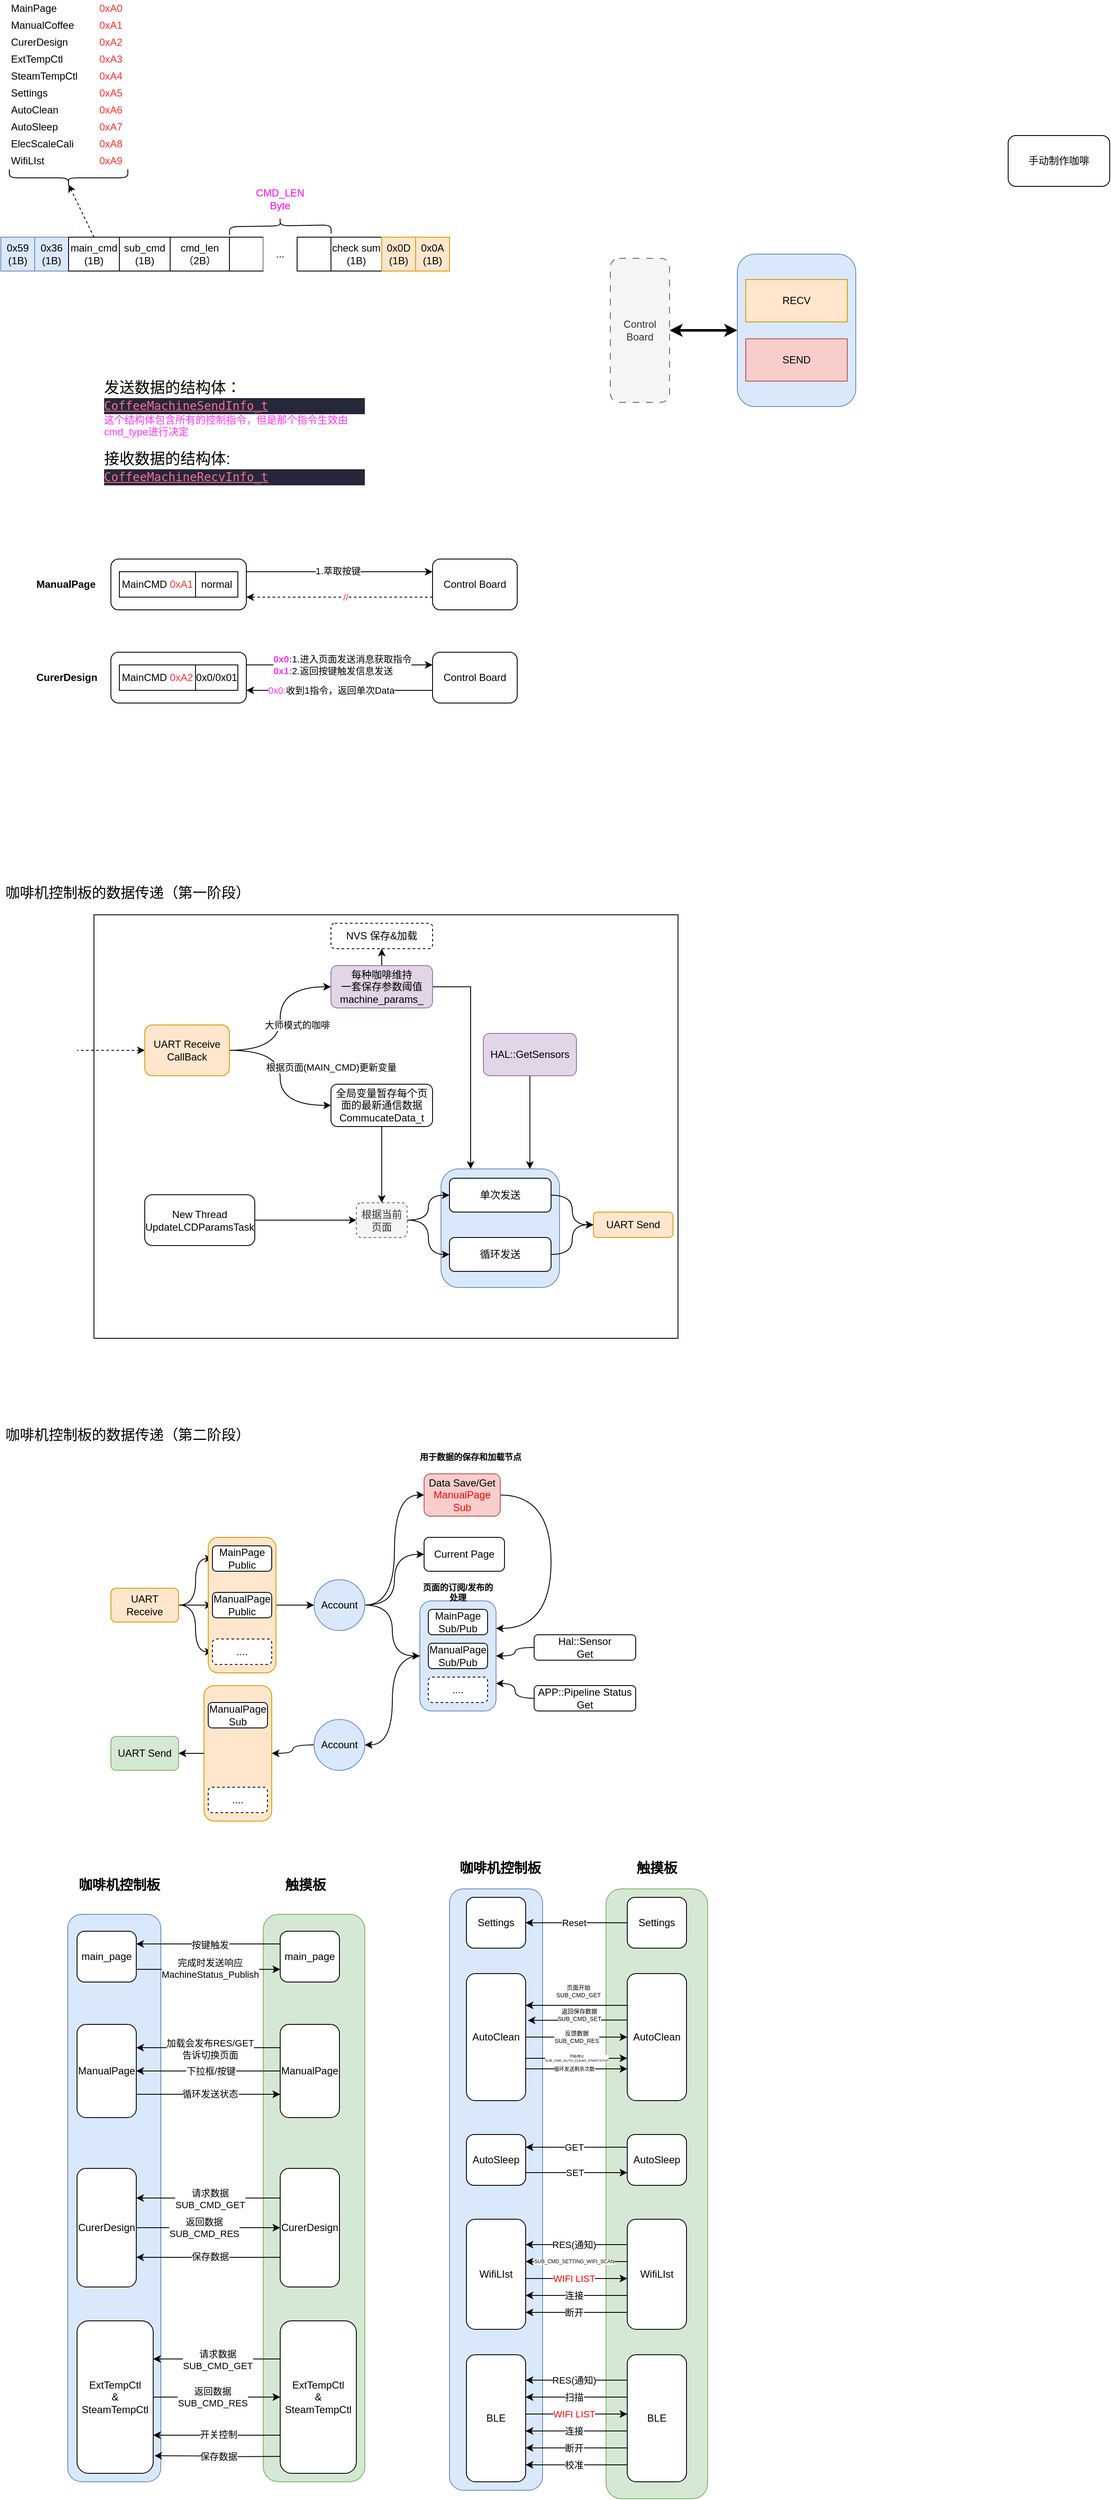
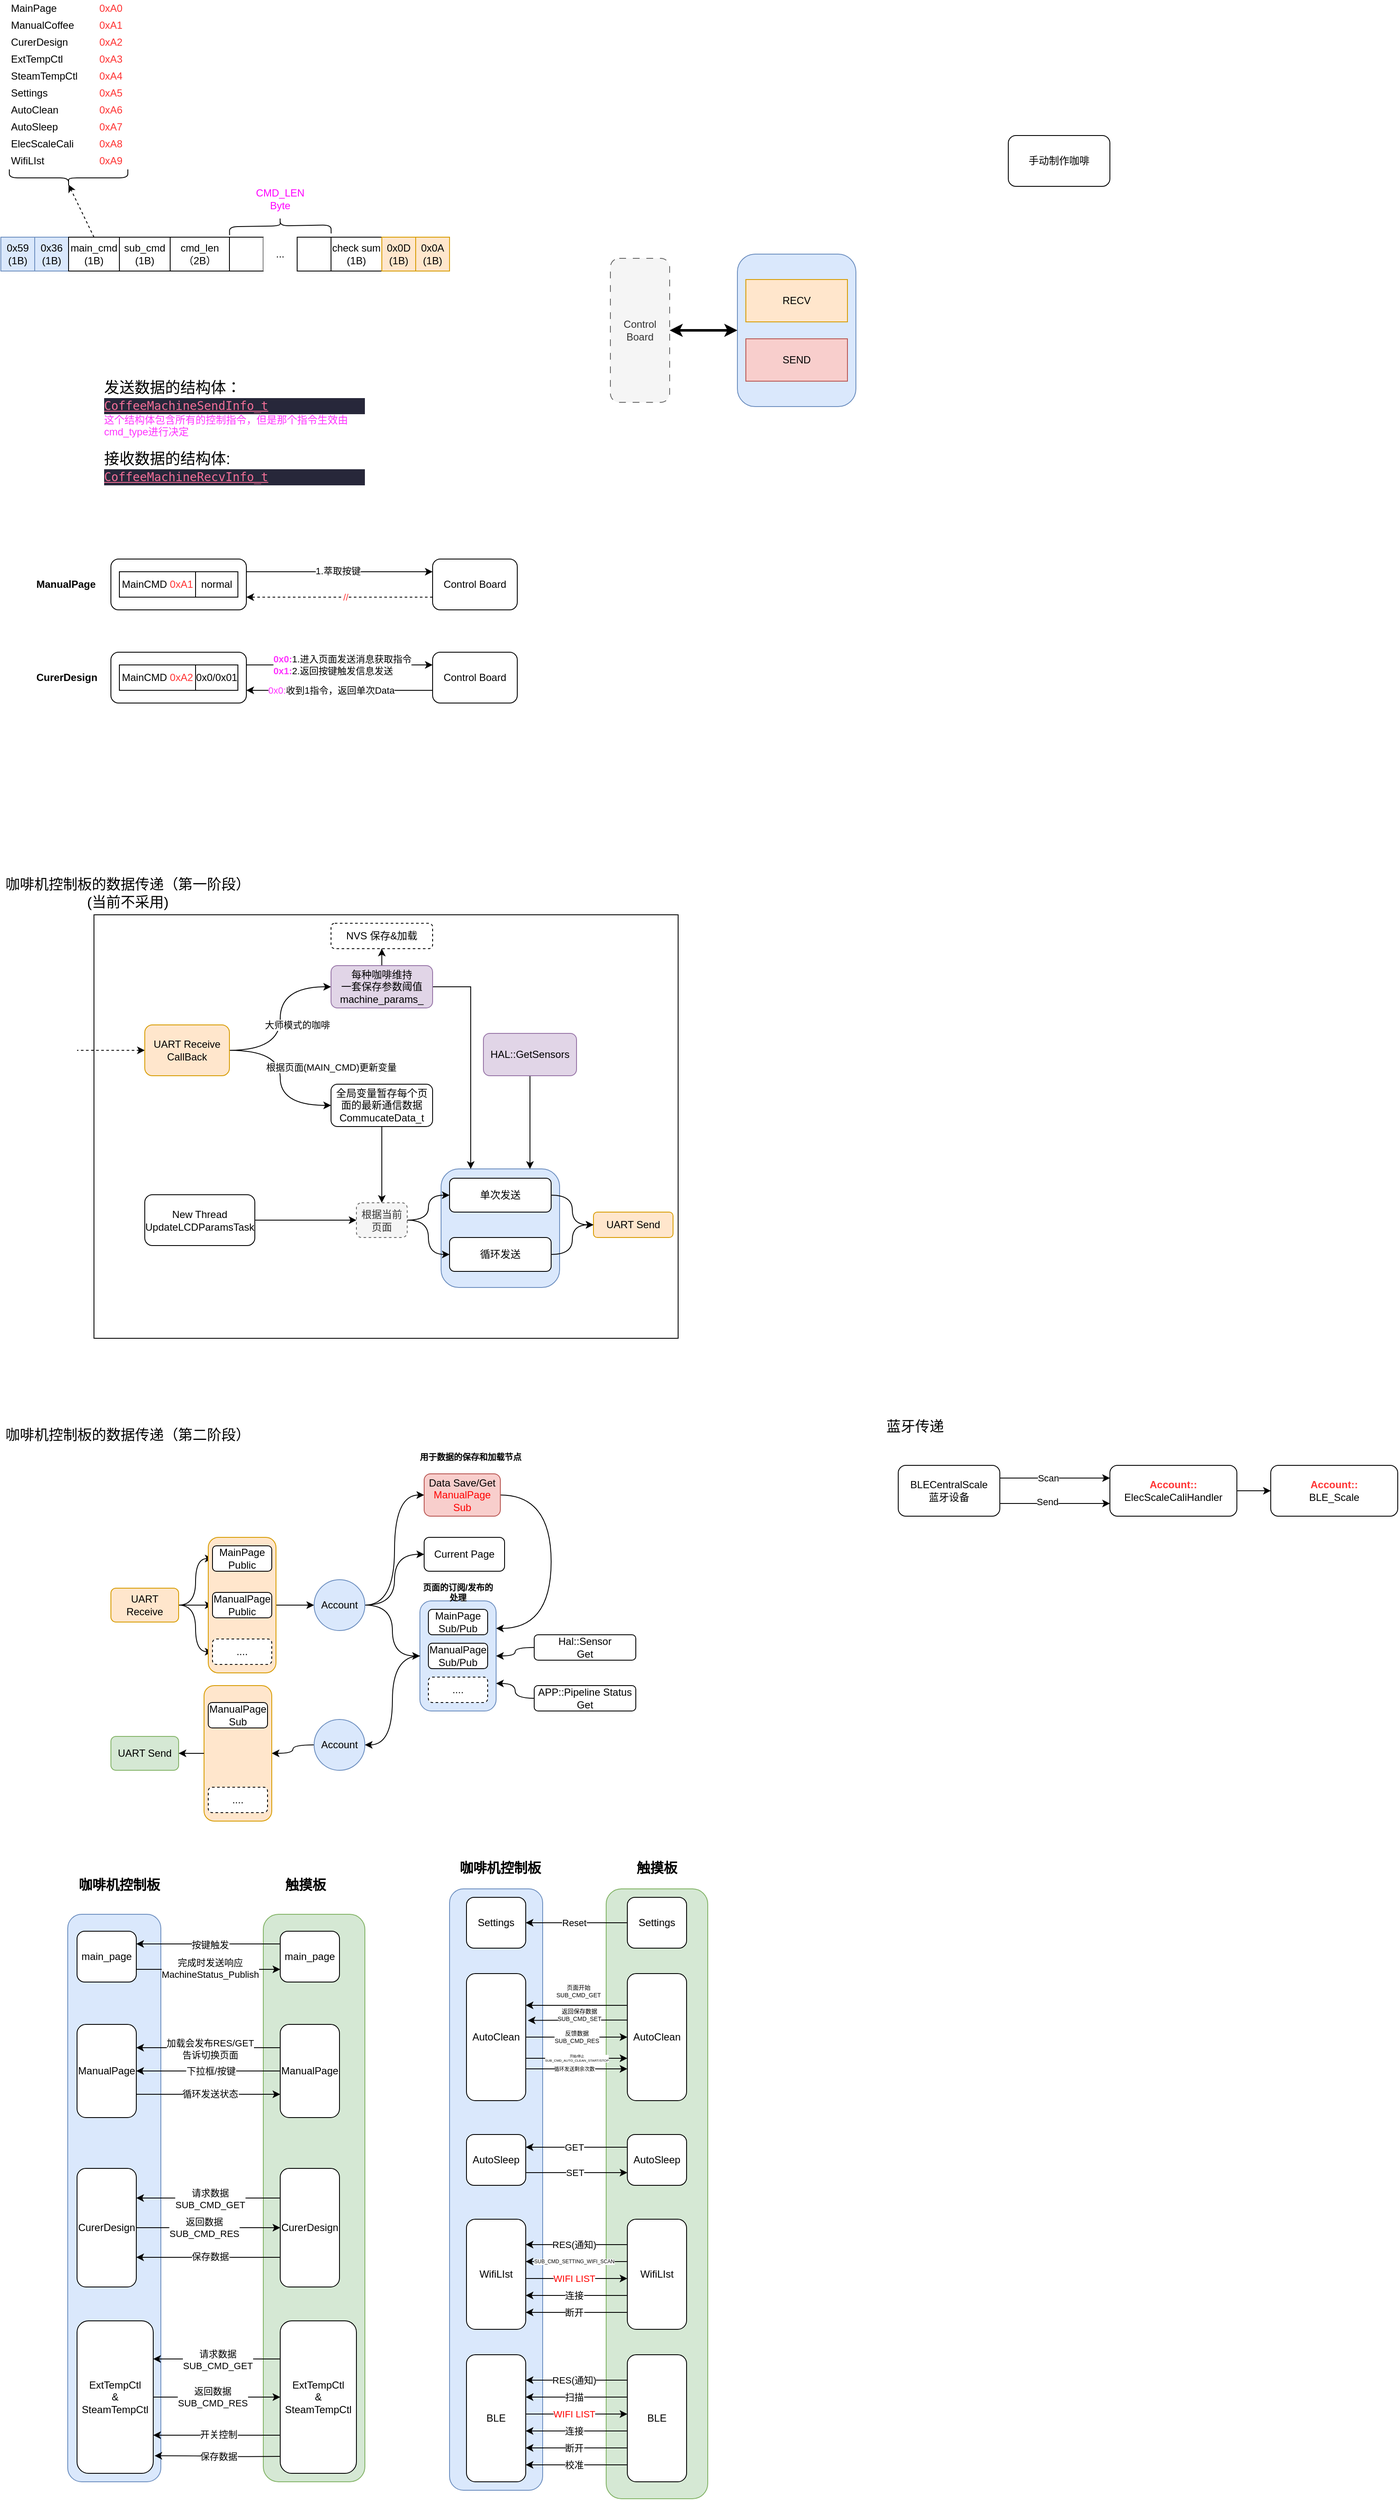
- <mxfile host="app.diagrams.net" agent="Mozilla/5.0 (X11; Linux x86_64) AppleWebKit/537.36 (KHTML, like Gecko) Chrome/140.0.0.0 Safari/537.36" version="29.6.1">
+ <mxfile host="app.diagrams.net" agent="Mozilla/5.0 (X11; Linux x86_64) AppleWebKit/537.36 (KHTML, like Gecko) Chrome/140.0.0.0 Safari/537.36" version="29.6.0">
  <diagram name="第 1 页" id="YS_H6mL25fh3fKIpdfkU">
-     <mxGraphModel dx="977" dy="2718" grid="1" gridSize="10" guides="1" tooltips="1" connect="1" arrows="1" fold="1" page="1" pageScale="1" pageWidth="2339" pageHeight="3300" math="0" shadow="0">
+     <mxGraphModel dx="1141" dy="633" grid="1" gridSize="10" guides="1" tooltips="1" connect="1" arrows="1" fold="1" page="1" pageScale="1" pageWidth="2339" pageHeight="3300" math="0" shadow="0">
      <root>
        <mxCell id="0" />
        <mxCell id="1" parent="0" />
        <mxCell id="So0UA55S36cV1F2LpzZS-79" parent="1" style="rounded=1;whiteSpace=wrap;html=1;fillColor=#dae8fc;strokeColor=#6c8ebf;" value="" vertex="1">
          <mxGeometry height="710" width="110" x="540" y="2430" as="geometry" />
        </mxCell>
        <mxCell id="So0UA55S36cV1F2LpzZS-78" parent="1" style="rounded=1;whiteSpace=wrap;html=1;fillColor=#d5e8d4;strokeColor=#82b366;" value="" vertex="1">
          <mxGeometry height="720" width="120" x="725" y="2430" as="geometry" />
        </mxCell>
        <mxCell id="So0UA55S36cV1F2LpzZS-27" parent="1" style="rounded=1;whiteSpace=wrap;html=1;fillColor=#d5e8d4;strokeColor=#82b366;" value="" vertex="1">
          <mxGeometry height="670" width="120" x="320" y="2460" as="geometry" />
        </mxCell>
        <mxCell id="So0UA55S36cV1F2LpzZS-26" parent="1" style="rounded=1;whiteSpace=wrap;html=1;fillColor=#dae8fc;strokeColor=#6c8ebf;" value="" vertex="1">
          <mxGeometry height="670" width="110" x="89" y="2460" as="geometry" />
        </mxCell>
        <mxCell id="2UAaex6_is9iRHGtf3RM-1" parent="1" style="rounded=0;whiteSpace=wrap;html=1;" value="" vertex="1">
          <mxGeometry height="500" width="690" x="120" y="1280" as="geometry" />
        </mxCell>
        <mxCell id="QHgMQiRaE8kp91t9TFko-46" edge="1" parent="1" source="QHgMQiRaE8kp91t9TFko-44" style="edgeStyle=orthogonalEdgeStyle;curved=1;rounded=0;orthogonalLoop=1;jettySize=auto;html=1;exitX=1;exitY=0.5;exitDx=0;exitDy=0;entryX=0;entryY=0.5;entryDx=0;entryDy=0;" target="QHgMQiRaE8kp91t9TFko-20">
          <mxGeometry relative="1" as="geometry" />
        </mxCell>
        <mxCell id="QHgMQiRaE8kp91t9TFko-8" parent="1" style="rounded=1;whiteSpace=wrap;html=1;fillColor=#dae8fc;strokeColor=#6c8ebf;" value="" vertex="1">
          <mxGeometry height="140" width="140" x="530" y="1580" as="geometry" />
        </mxCell>
        <mxCell id="LW7SI0gk3JkEk94tFt96-5" edge="1" parent="1" source="LW7SI0gk3JkEk94tFt96-3" style="edgeStyle=orthogonalEdgeStyle;rounded=0;orthogonalLoop=1;jettySize=auto;html=1;exitX=1;exitY=0.25;exitDx=0;exitDy=0;entryX=0;entryY=0.25;entryDx=0;entryDy=0;" target="LW7SI0gk3JkEk94tFt96-4">
          <mxGeometry relative="1" as="geometry" />
        </mxCell>
        <mxCell id="LW7SI0gk3JkEk94tFt96-7" connectable="0" parent="LW7SI0gk3JkEk94tFt96-5" style="edgeLabel;html=1;align=center;verticalAlign=middle;resizable=0;points=[];" value="1.萃取按键" vertex="1">
          <mxGeometry relative="1" x="-0.0226" y="1" as="geometry">
            <mxPoint as="offset" />
          </mxGeometry>
        </mxCell>
        <mxCell id="LW7SI0gk3JkEk94tFt96-3" parent="1" style="rounded=1;whiteSpace=wrap;html=1;" value="" vertex="1">
          <mxGeometry height="60" width="160" x="140" y="860" as="geometry" />
        </mxCell>
        <mxCell id="E0zu7Y5M0wVkiJI-4bCJ-4" parent="1" style="rounded=1;whiteSpace=wrap;html=1;fillColor=#dae8fc;strokeColor=#6c8ebf;" value="" vertex="1">
          <mxGeometry height="180" width="140" x="880" y="500" as="geometry" />
        </mxCell>
        <mxCell id="ZfkO5bAba6AxOlsboeHB-1" parent="1" style="rounded=0;whiteSpace=wrap;html=1;fillColor=#dae8fc;strokeColor=#6c8ebf;" value="0x59&lt;br&gt;(1B)" vertex="1">
          <mxGeometry height="40" width="40" x="10" y="480" as="geometry" />
        </mxCell>
        <mxCell id="ZfkO5bAba6AxOlsboeHB-2" parent="1" style="rounded=0;whiteSpace=wrap;html=1;fillColor=#dae8fc;strokeColor=#6c8ebf;" value="0x36&lt;br&gt;(1B)" vertex="1">
          <mxGeometry height="40" width="40" x="50" y="480" as="geometry" />
        </mxCell>
        <mxCell id="ZfkO5bAba6AxOlsboeHB-3" parent="1" style="rounded=0;whiteSpace=wrap;html=1;" value="cmd_len&lt;br&gt;（2B）" vertex="1">
          <mxGeometry height="40" width="70" x="210" y="480" as="geometry" />
        </mxCell>
        <mxCell id="wmODB4DJ2BbZmpBUl9iy-1" parent="1" style="rounded=0;whiteSpace=wrap;html=1;" value="sub_cmd&lt;br&gt;(1B)" vertex="1">
          <mxGeometry height="40" width="60" x="150" y="480" as="geometry" />
        </mxCell>
        <mxCell id="wmODB4DJ2BbZmpBUl9iy-3" parent="1" style="rounded=0;whiteSpace=wrap;html=1;" value="" vertex="1">
          <mxGeometry height="40" width="40" x="280" y="480" as="geometry" />
        </mxCell>
        <mxCell id="wmODB4DJ2BbZmpBUl9iy-4" parent="1" style="rounded=0;whiteSpace=wrap;html=1;gradientColor=none;strokeColor=none;" value="..." vertex="1">
          <mxGeometry height="40" width="40" x="320" y="480" as="geometry" />
        </mxCell>
        <mxCell id="wmODB4DJ2BbZmpBUl9iy-5" parent="1" style="rounded=0;whiteSpace=wrap;html=1;" value="" vertex="1">
          <mxGeometry height="40" width="40" x="360" y="480" as="geometry" />
        </mxCell>
        <mxCell id="wmODB4DJ2BbZmpBUl9iy-6" parent="1" style="rounded=0;whiteSpace=wrap;html=1;" value="check sum&lt;br&gt;(1B)" vertex="1">
          <mxGeometry height="40" width="60" x="400" y="480" as="geometry" />
        </mxCell>
        <mxCell id="wmODB4DJ2BbZmpBUl9iy-7" parent="1" style="shape=curlyBracket;whiteSpace=wrap;html=1;rounded=1;labelPosition=left;verticalLabelPosition=middle;align=right;verticalAlign=middle;rotation=89;" value="" vertex="1">
          <mxGeometry height="120" width="20" x="330" y="406.65" as="geometry" />
        </mxCell>
        <mxCell id="wmODB4DJ2BbZmpBUl9iy-8" parent="1" style="text;html=1;whiteSpace=wrap;strokeColor=none;fillColor=none;align=center;verticalAlign=middle;rounded=0;fontColor=#FF00FF;" value="CMD_LEN Byte" vertex="1">
          <mxGeometry height="30" width="60" x="310" y="420" as="geometry" />
        </mxCell>
        <mxCell id="wmODB4DJ2BbZmpBUl9iy-9" parent="1" style="rounded=0;whiteSpace=wrap;html=1;fillColor=#ffe6cc;strokeColor=#d79b00;" value="0x0D&lt;br&gt;(1B)" vertex="1">
          <mxGeometry height="40" width="40" x="460" y="480" as="geometry" />
        </mxCell>
        <mxCell id="wmODB4DJ2BbZmpBUl9iy-10" parent="1" style="rounded=0;whiteSpace=wrap;html=1;fillColor=#ffe6cc;strokeColor=#d79b00;" value="0x0A&lt;br&gt;(1B)" vertex="1">
          <mxGeometry height="40" width="40" x="500" y="480" as="geometry" />
        </mxCell>
        <mxCell id="E0zu7Y5M0wVkiJI-4bCJ-1" parent="1" style="text;html=1;whiteSpace=wrap;strokeColor=none;fillColor=none;align=left;verticalAlign=middle;rounded=0;" value="&lt;font style=&quot;font-size: 18px;&quot;&gt;发送数据的结构体：&lt;/font&gt;&lt;br&gt;&lt;div style=&quot;color: rgb(252, 246, 255); background-color: rgb(39, 39, 58); font-family: &amp;quot;Droid Sans Mono&amp;quot;, &amp;quot;monospace&amp;quot;, monospace; font-size: 14px; line-height: 19px; white-space: pre;&quot;&gt;&lt;span style=&quot;color: rgb(243, 111, 152); text-decoration-line: underline;&quot;&gt;CoffeeMachineSendInfo_t&lt;/span&gt;&lt;/div&gt;&lt;font style=&quot;color: rgb(255, 51, 255);&quot;&gt;这个结构体包含所有的控制指令，但是那个指令生效由cmd_type进行决定&lt;/font&gt;&lt;br&gt;&lt;br&gt;&lt;font style=&quot;font-size: 18px;&quot;&gt;接收数据的结构体:&lt;/font&gt;&lt;br&gt;&lt;div style=&quot;color: rgb(252, 246, 255); background-color: rgb(39, 39, 58); font-family: &amp;quot;Droid Sans Mono&amp;quot;, &amp;quot;monospace&amp;quot;, monospace; font-size: 14px; line-height: 19px; white-space: pre;&quot;&gt;&lt;span style=&quot;color: rgb(243, 111, 152); text-decoration-line: underline;&quot;&gt;CoffeeMachineRecvInfo_t&lt;/span&gt;&lt;/div&gt;" vertex="1">
          <mxGeometry height="200" width="310" x="130" y="610" as="geometry" />
        </mxCell>
        <mxCell id="E0zu7Y5M0wVkiJI-4bCJ-2" parent="1" style="rounded=0;whiteSpace=wrap;html=1;fillColor=#ffe6cc;strokeColor=#d79b00;" value="RECV" vertex="1">
          <mxGeometry height="50" width="120" x="890" y="530" as="geometry" />
        </mxCell>
        <mxCell id="E0zu7Y5M0wVkiJI-4bCJ-3" parent="1" style="rounded=0;whiteSpace=wrap;html=1;fillColor=#f8cecc;strokeColor=#b85450;" value="SEND" vertex="1">
          <mxGeometry height="50" width="120" x="890" y="600" as="geometry" />
        </mxCell>
        <mxCell id="E0zu7Y5M0wVkiJI-4bCJ-6" edge="1" parent="1" source="E0zu7Y5M0wVkiJI-4bCJ-5" style="edgeStyle=orthogonalEdgeStyle;rounded=0;orthogonalLoop=1;jettySize=auto;html=1;exitX=1;exitY=0.5;exitDx=0;exitDy=0;entryX=0;entryY=0.5;entryDx=0;entryDy=0;startArrow=classic;startFill=1;strokeWidth=3;" target="E0zu7Y5M0wVkiJI-4bCJ-4">
          <mxGeometry relative="1" as="geometry" />
        </mxCell>
        <mxCell id="E0zu7Y5M0wVkiJI-4bCJ-5" parent="1" style="rounded=1;whiteSpace=wrap;html=1;rotation=0;dashed=1;dashPattern=8 8;fillColor=#f5f5f5;fontColor=#333333;strokeColor=#666666;" value="Control Board" vertex="1">
          <mxGeometry height="170" width="70" x="730" y="505" as="geometry" />
        </mxCell>
        <mxCell id="E0zu7Y5M0wVkiJI-4bCJ-7" parent="1" style="rounded=1;whiteSpace=wrap;html=1;" value="手动制作咖啡" vertex="1">
          <mxGeometry height="60" width="120" x="1200" y="360" as="geometry" />
        </mxCell>
        <mxCell id="E0zu7Y5M0wVkiJI-4bCJ-13" parent="1" style="rounded=0;whiteSpace=wrap;html=1;" value="main_cmd&lt;br&gt;(1B)" vertex="1">
          <mxGeometry height="40" width="60" x="90" y="480" as="geometry" />
        </mxCell>
        <mxCell id="E0zu7Y5M0wVkiJI-4bCJ-14" parent="1" style="text;html=1;whiteSpace=wrap;strokeColor=none;fillColor=none;align=left;verticalAlign=middle;rounded=0;" value="MainPage" vertex="1">
          <mxGeometry height="20" width="60" x="20" y="200" as="geometry" />
        </mxCell>
        <mxCell id="E0zu7Y5M0wVkiJI-4bCJ-15" parent="1" style="text;html=1;whiteSpace=wrap;strokeColor=none;fillColor=none;align=left;verticalAlign=middle;rounded=0;" value="ManualCoffee" vertex="1">
          <mxGeometry height="20" width="80" x="20" y="220" as="geometry" />
        </mxCell>
        <mxCell id="E0zu7Y5M0wVkiJI-4bCJ-16" parent="1" style="text;html=1;whiteSpace=wrap;strokeColor=none;fillColor=none;align=left;verticalAlign=middle;rounded=0;" value="CurerDesign" vertex="1">
          <mxGeometry height="20" width="70" x="20" y="240" as="geometry" />
        </mxCell>
        <mxCell id="E0zu7Y5M0wVkiJI-4bCJ-17" parent="1" style="text;html=1;whiteSpace=wrap;strokeColor=none;fillColor=none;align=left;verticalAlign=middle;rounded=0;" value="ExtTempCtl" vertex="1">
          <mxGeometry height="20" width="70" x="20" y="260" as="geometry" />
        </mxCell>
        <mxCell id="E0zu7Y5M0wVkiJI-4bCJ-18" parent="1" style="text;html=1;whiteSpace=wrap;strokeColor=none;fillColor=none;align=left;verticalAlign=middle;rounded=0;" value="SteamTempCtl" vertex="1">
          <mxGeometry height="20" width="80" x="20" y="280" as="geometry" />
        </mxCell>
        <mxCell id="E0zu7Y5M0wVkiJI-4bCJ-19" parent="1" style="text;html=1;whiteSpace=wrap;strokeColor=none;fillColor=none;align=left;verticalAlign=middle;rounded=0;" value="Settings" vertex="1">
          <mxGeometry height="20" width="80" x="20" y="300" as="geometry" />
        </mxCell>
        <mxCell id="E0zu7Y5M0wVkiJI-4bCJ-20" parent="1" style="text;html=1;whiteSpace=wrap;strokeColor=none;fillColor=none;align=left;verticalAlign=middle;rounded=0;" value="AutoClean" vertex="1">
          <mxGeometry height="20" width="80" x="20" y="320" as="geometry" />
        </mxCell>
        <mxCell id="E0zu7Y5M0wVkiJI-4bCJ-21" parent="1" style="text;html=1;whiteSpace=wrap;strokeColor=none;fillColor=none;align=left;verticalAlign=middle;rounded=0;" value="AutoSleep" vertex="1">
          <mxGeometry height="20" width="80" x="20" y="340" as="geometry" />
        </mxCell>
        <mxCell id="E0zu7Y5M0wVkiJI-4bCJ-22" parent="1" style="text;html=1;whiteSpace=wrap;strokeColor=none;fillColor=none;align=left;verticalAlign=middle;rounded=0;" value="WifiLIst" vertex="1">
          <mxGeometry height="20" width="80" x="20" y="380" as="geometry" />
        </mxCell>
        <mxCell id="E0zu7Y5M0wVkiJI-4bCJ-23" parent="1" style="text;html=1;whiteSpace=wrap;strokeColor=none;fillColor=none;align=left;verticalAlign=middle;rounded=0;" value="ElecScaleCali" vertex="1">
          <mxGeometry height="20" width="80" x="20" y="360" as="geometry" />
        </mxCell>
        <mxCell id="E0zu7Y5M0wVkiJI-4bCJ-24" parent="1" style="text;html=1;whiteSpace=wrap;strokeColor=none;fillColor=none;align=center;verticalAlign=middle;rounded=0;fontColor=#FF3333;" value="0xA0" vertex="1">
          <mxGeometry height="15" width="60" x="110" y="202.5" as="geometry" />
        </mxCell>
        <mxCell id="E0zu7Y5M0wVkiJI-4bCJ-25" parent="1" style="text;html=1;whiteSpace=wrap;strokeColor=none;fillColor=none;align=center;verticalAlign=middle;rounded=0;fontColor=#FF3333;" value="0xA1" vertex="1">
          <mxGeometry height="15" width="60" x="110" y="222.5" as="geometry" />
        </mxCell>
        <mxCell id="E0zu7Y5M0wVkiJI-4bCJ-26" parent="1" style="text;html=1;whiteSpace=wrap;strokeColor=none;fillColor=none;align=center;verticalAlign=middle;rounded=0;fontColor=#FF3333;" value="0xA2" vertex="1">
          <mxGeometry height="15" width="60" x="110" y="242.5" as="geometry" />
        </mxCell>
        <mxCell id="E0zu7Y5M0wVkiJI-4bCJ-27" parent="1" style="text;html=1;whiteSpace=wrap;strokeColor=none;fillColor=none;align=center;verticalAlign=middle;rounded=0;fontColor=#FF3333;" value="0xA3" vertex="1">
          <mxGeometry height="15" width="60" x="110" y="262.5" as="geometry" />
        </mxCell>
        <mxCell id="E0zu7Y5M0wVkiJI-4bCJ-28" parent="1" style="text;html=1;whiteSpace=wrap;strokeColor=none;fillColor=none;align=center;verticalAlign=middle;rounded=0;fontColor=#FF3333;" value="0xA4" vertex="1">
          <mxGeometry height="15" width="60" x="110" y="282.5" as="geometry" />
        </mxCell>
        <mxCell id="E0zu7Y5M0wVkiJI-4bCJ-29" parent="1" style="text;html=1;whiteSpace=wrap;strokeColor=none;fillColor=none;align=center;verticalAlign=middle;rounded=0;fontColor=#FF3333;" value="0xA5" vertex="1">
          <mxGeometry height="15" width="60" x="110" y="302.5" as="geometry" />
        </mxCell>
        <mxCell id="E0zu7Y5M0wVkiJI-4bCJ-30" parent="1" style="text;html=1;whiteSpace=wrap;strokeColor=none;fillColor=none;align=center;verticalAlign=middle;rounded=0;fontColor=#FF3333;" value="0xA6" vertex="1">
          <mxGeometry height="15" width="60" x="110" y="322.5" as="geometry" />
        </mxCell>
        <mxCell id="E0zu7Y5M0wVkiJI-4bCJ-31" parent="1" style="text;html=1;whiteSpace=wrap;strokeColor=none;fillColor=none;align=center;verticalAlign=middle;rounded=0;fontColor=#FF3333;" value="0xA7" vertex="1">
          <mxGeometry height="15" width="60" x="110" y="342.5" as="geometry" />
        </mxCell>
        <mxCell id="E0zu7Y5M0wVkiJI-4bCJ-32" parent="1" style="text;html=1;whiteSpace=wrap;strokeColor=none;fillColor=none;align=center;verticalAlign=middle;rounded=0;fontColor=#FF3333;" value="0xA8" vertex="1">
          <mxGeometry height="15" width="60" x="110" y="362.5" as="geometry" />
        </mxCell>
        <mxCell id="E0zu7Y5M0wVkiJI-4bCJ-33" parent="1" style="text;html=1;whiteSpace=wrap;strokeColor=none;fillColor=none;align=center;verticalAlign=middle;rounded=0;fontColor=#FF3333;" value="0xA9" vertex="1">
          <mxGeometry height="15" width="60" x="110" y="382.5" as="geometry" />
        </mxCell>
        <mxCell id="E0zu7Y5M0wVkiJI-4bCJ-34" parent="1" style="shape=curlyBracket;whiteSpace=wrap;html=1;rounded=1;labelPosition=left;verticalLabelPosition=middle;align=right;verticalAlign=middle;rotation=-90;" value="" vertex="1">
          <mxGeometry height="140" width="20" x="80" y="340" as="geometry" />
        </mxCell>
        <mxCell id="E0zu7Y5M0wVkiJI-4bCJ-36" edge="1" parent="1" source="E0zu7Y5M0wVkiJI-4bCJ-13" style="rounded=0;orthogonalLoop=1;jettySize=auto;html=1;exitX=0.5;exitY=0;exitDx=0;exitDy=0;entryX=0.1;entryY=0.5;entryDx=0;entryDy=0;entryPerimeter=0;dashed=1;" target="E0zu7Y5M0wVkiJI-4bCJ-34">
          <mxGeometry relative="1" as="geometry" />
        </mxCell>
        <mxCell id="E0zu7Y5M0wVkiJI-4bCJ-37" parent="1" style="text;html=1;whiteSpace=wrap;strokeColor=none;fillColor=none;align=left;verticalAlign=middle;rounded=0;fontStyle=1" value="ManualPage" vertex="1">
          <mxGeometry height="20" width="60" x="50" y="880" as="geometry" />
        </mxCell>
        <mxCell id="LW7SI0gk3JkEk94tFt96-1" parent="1" style="rounded=0;whiteSpace=wrap;html=1;" value="&lt;span style=&quot;text-align: left;&quot;&gt;MainCMD&amp;nbsp;&lt;/span&gt;&lt;span style=&quot;color: rgb(255, 51, 51);&quot;&gt;0xA1&lt;/span&gt;" vertex="1">
          <mxGeometry height="30" width="90" x="150" y="875" as="geometry" />
        </mxCell>
        <mxCell id="LW7SI0gk3JkEk94tFt96-2" parent="1" style="rounded=0;whiteSpace=wrap;html=1;" value="&lt;div style=&quot;text-align: left;&quot;&gt;normal&lt;/div&gt;" vertex="1">
          <mxGeometry height="30" width="50" x="240" y="875" as="geometry" />
        </mxCell>
        <mxCell id="LW7SI0gk3JkEk94tFt96-6" edge="1" parent="1" source="LW7SI0gk3JkEk94tFt96-4" style="edgeStyle=orthogonalEdgeStyle;rounded=0;orthogonalLoop=1;jettySize=auto;html=1;exitX=0;exitY=0.75;exitDx=0;exitDy=0;entryX=1;entryY=0.75;entryDx=0;entryDy=0;dashed=1;" target="LW7SI0gk3JkEk94tFt96-3">
          <mxGeometry relative="1" as="geometry" />
        </mxCell>
        <mxCell id="LW7SI0gk3JkEk94tFt96-8" connectable="0" parent="LW7SI0gk3JkEk94tFt96-6" style="edgeLabel;html=1;align=center;verticalAlign=middle;resizable=0;points=[];" value="&lt;font style=&quot;color: rgb(255, 51, 51);&quot;&gt;//&lt;/font&gt;" vertex="1">
          <mxGeometry relative="1" x="-0.0607" as="geometry">
            <mxPoint as="offset" />
          </mxGeometry>
        </mxCell>
        <mxCell id="LW7SI0gk3JkEk94tFt96-4" parent="1" style="rounded=1;whiteSpace=wrap;html=1;" value="Control Board" vertex="1">
          <mxGeometry height="60" width="100" x="520" y="860" as="geometry" />
        </mxCell>
        <mxCell id="LW7SI0gk3JkEk94tFt96-9" edge="1" parent="1" source="LW7SI0gk3JkEk94tFt96-11" style="edgeStyle=orthogonalEdgeStyle;rounded=0;orthogonalLoop=1;jettySize=auto;html=1;exitX=1;exitY=0.25;exitDx=0;exitDy=0;entryX=0;entryY=0.25;entryDx=0;entryDy=0;" target="LW7SI0gk3JkEk94tFt96-17">
          <mxGeometry relative="1" as="geometry" />
        </mxCell>
        <mxCell id="LW7SI0gk3JkEk94tFt96-10" connectable="0" parent="LW7SI0gk3JkEk94tFt96-9" style="edgeLabel;html=1;align=left;verticalAlign=middle;resizable=0;points=[];" value="&lt;b&gt;&lt;font style=&quot;color: rgb(255, 51, 255);&quot;&gt;0x0:&lt;/font&gt;&lt;/b&gt;1.进入页面发送消息获取指令&lt;br&gt;&lt;b&gt;&lt;font style=&quot;color: rgb(255, 51, 255);&quot;&gt;0x1:&lt;/font&gt;&lt;/b&gt;2.返回按键触发信息发送" vertex="1">
          <mxGeometry relative="1" x="-0.0226" y="1" as="geometry">
            <mxPoint x="-78" y="1" as="offset" />
          </mxGeometry>
        </mxCell>
        <mxCell id="LW7SI0gk3JkEk94tFt96-11" parent="1" style="rounded=1;whiteSpace=wrap;html=1;" value="" vertex="1">
          <mxGeometry height="60" width="160" x="140" y="970" as="geometry" />
        </mxCell>
        <mxCell id="LW7SI0gk3JkEk94tFt96-12" parent="1" style="text;html=1;whiteSpace=wrap;strokeColor=none;fillColor=none;align=left;verticalAlign=middle;rounded=0;fontStyle=1" value="CurerDesign" vertex="1">
          <mxGeometry height="20" width="60" x="50" y="990" as="geometry" />
        </mxCell>
        <mxCell id="LW7SI0gk3JkEk94tFt96-13" parent="1" style="rounded=0;whiteSpace=wrap;html=1;" value="&lt;span style=&quot;text-align: left;&quot;&gt;MainCMD&amp;nbsp;&lt;/span&gt;&lt;span style=&quot;color: rgb(255, 51, 51);&quot;&gt;0xA2&lt;/span&gt;" vertex="1">
          <mxGeometry height="30" width="90" x="150" y="985" as="geometry" />
        </mxCell>
        <mxCell id="LW7SI0gk3JkEk94tFt96-14" parent="1" style="rounded=0;whiteSpace=wrap;html=1;" value="&lt;div style=&quot;text-align: left;&quot;&gt;0x0/0x01&lt;/div&gt;" vertex="1">
          <mxGeometry height="30" width="50" x="240" y="985" as="geometry" />
        </mxCell>
        <mxCell id="LW7SI0gk3JkEk94tFt96-15" edge="1" parent="1" source="LW7SI0gk3JkEk94tFt96-17" style="edgeStyle=orthogonalEdgeStyle;rounded=0;orthogonalLoop=1;jettySize=auto;html=1;exitX=0;exitY=0.75;exitDx=0;exitDy=0;entryX=1;entryY=0.75;entryDx=0;entryDy=0;" target="LW7SI0gk3JkEk94tFt96-11">
          <mxGeometry relative="1" as="geometry" />
        </mxCell>
        <mxCell id="LW7SI0gk3JkEk94tFt96-20" connectable="0" parent="LW7SI0gk3JkEk94tFt96-15" style="edgeLabel;html=1;align=center;verticalAlign=middle;resizable=0;points=[];" value="&lt;font style=&quot;color: rgb(255, 51, 255);&quot;&gt;0x0:&lt;/font&gt;收到1指令，返回单次Data" vertex="1">
          <mxGeometry relative="1" x="0.2375" y="-1" as="geometry">
            <mxPoint x="16" y="1" as="offset" />
          </mxGeometry>
        </mxCell>
        <mxCell id="LW7SI0gk3JkEk94tFt96-17" parent="1" style="rounded=1;whiteSpace=wrap;html=1;" value="Control Board" vertex="1">
          <mxGeometry height="60" width="100" x="520" y="970" as="geometry" />
        </mxCell>
        <mxCell id="J33PR6cPvQYWGb48CCDG-5" edge="1" parent="1" source="J33PR6cPvQYWGb48CCDG-1" style="edgeStyle=orthogonalEdgeStyle;rounded=0;orthogonalLoop=1;jettySize=auto;html=1;exitX=0;exitY=0.5;exitDx=0;exitDy=0;startArrow=classic;startFill=1;endArrow=none;endFill=0;dashed=1;">
          <mxGeometry relative="1" as="geometry">
            <Array as="points">
              <mxPoint x="100" y="1440" />
            </Array>
            <mxPoint x="100" y="1440" as="targetPoint" />
          </mxGeometry>
        </mxCell>
        <mxCell id="J33PR6cPvQYWGb48CCDG-8" edge="1" parent="1" source="J33PR6cPvQYWGb48CCDG-1" style="edgeStyle=orthogonalEdgeStyle;rounded=0;orthogonalLoop=1;jettySize=auto;html=1;exitX=1;exitY=0.5;exitDx=0;exitDy=0;entryX=0;entryY=0.5;entryDx=0;entryDy=0;curved=1;" target="J33PR6cPvQYWGb48CCDG-7">
          <mxGeometry relative="1" as="geometry" />
        </mxCell>
        <mxCell id="J33PR6cPvQYWGb48CCDG-9" connectable="0" parent="J33PR6cPvQYWGb48CCDG-8" style="edgeLabel;html=1;align=center;verticalAlign=middle;resizable=0;points=[];" value="根据页面(MAIN_CMD)更新变量" vertex="1">
          <mxGeometry relative="1" x="0.0044" y="-3" as="geometry">
            <mxPoint x="63" y="-13" as="offset" />
          </mxGeometry>
        </mxCell>
        <mxCell id="J33PR6cPvQYWGb48CCDG-11" edge="1" parent="1" source="J33PR6cPvQYWGb48CCDG-1" style="edgeStyle=orthogonalEdgeStyle;rounded=0;orthogonalLoop=1;jettySize=auto;html=1;exitX=1;exitY=0.5;exitDx=0;exitDy=0;entryX=0;entryY=0.5;entryDx=0;entryDy=0;curved=1;" target="J33PR6cPvQYWGb48CCDG-10">
          <mxGeometry relative="1" as="geometry" />
        </mxCell>
        <mxCell id="J33PR6cPvQYWGb48CCDG-12" connectable="0" parent="J33PR6cPvQYWGb48CCDG-11" style="edgeLabel;html=1;align=center;verticalAlign=middle;resizable=0;points=[];" value="大师模式的咖啡" vertex="1">
          <mxGeometry relative="1" x="-0.0542" y="-3" as="geometry">
            <mxPoint x="17" y="2" as="offset" />
          </mxGeometry>
        </mxCell>
        <mxCell id="J33PR6cPvQYWGb48CCDG-1" parent="1" style="rounded=1;whiteSpace=wrap;html=1;fillColor=#ffe6cc;strokeColor=#d79b00;" value="UART Receive&lt;br&gt;CallBack" vertex="1">
          <mxGeometry height="60" width="100" x="180" y="1410" as="geometry" />
        </mxCell>
-         <mxCell id="J33PR6cPvQYWGb48CCDG-2" parent="1" style="text;html=1;whiteSpace=wrap;strokeColor=none;fillColor=none;align=center;verticalAlign=middle;rounded=0;fontSize=17;" value="咖啡机控制板的数据传递（第一阶段）" vertex="1">
+         <mxCell id="J33PR6cPvQYWGb48CCDG-2" parent="1" style="text;html=1;whiteSpace=wrap;strokeColor=none;fillColor=none;align=center;verticalAlign=middle;rounded=0;fontSize=17;" value="咖啡机控制板的数据传递（第一阶段）(当前不采用&lt;span style=&quot;background-color: transparent; color: light-dark(rgb(0, 0, 0), rgb(255, 255, 255));&quot;&gt;)&lt;/span&gt;" vertex="1">
          <mxGeometry height="30" width="300" x="10" y="1240" as="geometry" />
        </mxCell>
        <mxCell id="J33PR6cPvQYWGb48CCDG-4" parent="1" style="rounded=1;whiteSpace=wrap;html=1;fillColor=#ffe6cc;strokeColor=#d79b00;" value="UART Send" vertex="1">
          <mxGeometry height="30" width="94" x="710" y="1631" as="geometry" />
        </mxCell>
        <mxCell id="QHgMQiRaE8kp91t9TFko-12" edge="1" parent="1" source="J33PR6cPvQYWGb48CCDG-7" style="edgeStyle=orthogonalEdgeStyle;rounded=0;orthogonalLoop=1;jettySize=auto;html=1;exitX=0.5;exitY=1;exitDx=0;exitDy=0;entryX=0.5;entryY=0;entryDx=0;entryDy=0;curved=1;" target="9MY9XchGhbJzdbUOc_TD-1">
          <mxGeometry relative="1" as="geometry" />
        </mxCell>
        <mxCell id="J33PR6cPvQYWGb48CCDG-7" parent="1" style="rounded=1;whiteSpace=wrap;html=1;" value="全局变量暂存每个页面的最新通信数据&lt;br&gt;CommucateData_t" vertex="1">
          <mxGeometry height="50" width="120" x="400" y="1480" as="geometry" />
        </mxCell>
        <mxCell id="J33PR6cPvQYWGb48CCDG-14" edge="1" parent="1" source="J33PR6cPvQYWGb48CCDG-10" style="edgeStyle=orthogonalEdgeStyle;rounded=0;orthogonalLoop=1;jettySize=auto;html=1;" target="J33PR6cPvQYWGb48CCDG-13" value="">
          <mxGeometry relative="1" as="geometry" />
        </mxCell>
        <mxCell id="QHgMQiRaE8kp91t9TFko-15" edge="1" parent="1" source="J33PR6cPvQYWGb48CCDG-10" style="edgeStyle=orthogonalEdgeStyle;rounded=0;orthogonalLoop=1;jettySize=auto;html=1;exitX=1;exitY=0.5;exitDx=0;exitDy=0;entryX=0.25;entryY=0;entryDx=0;entryDy=0;" target="QHgMQiRaE8kp91t9TFko-8">
          <mxGeometry relative="1" as="geometry" />
        </mxCell>
        <mxCell id="J33PR6cPvQYWGb48CCDG-10" parent="1" style="rounded=1;whiteSpace=wrap;html=1;fillColor=#e1d5e7;strokeColor=#9673a6;" value="每种咖啡维持&lt;br&gt;一套保存参数阈值&lt;br&gt;machine_params_" vertex="1">
          <mxGeometry height="50" width="120" x="400" y="1340" as="geometry" />
        </mxCell>
        <mxCell id="J33PR6cPvQYWGb48CCDG-13" parent="1" style="whiteSpace=wrap;html=1;rounded=1;dashed=1;" value="NVS 保存&amp;amp;加载" vertex="1">
          <mxGeometry height="30" width="120" x="400" y="1290" as="geometry" />
        </mxCell>
        <mxCell id="QHgMQiRaE8kp91t9TFko-3" edge="1" parent="1" source="9MY9XchGhbJzdbUOc_TD-1" style="edgeStyle=orthogonalEdgeStyle;rounded=0;orthogonalLoop=1;jettySize=auto;html=1;exitX=1;exitY=0.5;exitDx=0;exitDy=0;entryX=0;entryY=0.5;entryDx=0;entryDy=0;curved=1;" target="9MY9XchGhbJzdbUOc_TD-2">
          <mxGeometry relative="1" as="geometry" />
        </mxCell>
        <mxCell id="QHgMQiRaE8kp91t9TFko-4" edge="1" parent="1" source="9MY9XchGhbJzdbUOc_TD-1" style="edgeStyle=orthogonalEdgeStyle;rounded=0;orthogonalLoop=1;jettySize=auto;html=1;exitX=1;exitY=0.5;exitDx=0;exitDy=0;entryX=0;entryY=0.5;entryDx=0;entryDy=0;curved=1;" target="QHgMQiRaE8kp91t9TFko-2">
          <mxGeometry relative="1" as="geometry" />
        </mxCell>
        <mxCell id="9MY9XchGhbJzdbUOc_TD-1" parent="1" style="rounded=1;whiteSpace=wrap;html=1;dashed=1;fillColor=#f5f5f5;fontColor=#333333;strokeColor=#666666;" value="根据当前页面" vertex="1">
          <mxGeometry height="41" width="60" x="430" y="1620" as="geometry" />
        </mxCell>
        <mxCell id="QHgMQiRaE8kp91t9TFko-5" edge="1" parent="1" source="9MY9XchGhbJzdbUOc_TD-2" style="edgeStyle=orthogonalEdgeStyle;rounded=0;orthogonalLoop=1;jettySize=auto;html=1;exitX=1;exitY=0.5;exitDx=0;exitDy=0;entryX=0;entryY=0.5;entryDx=0;entryDy=0;curved=1;" target="J33PR6cPvQYWGb48CCDG-4">
          <mxGeometry relative="1" as="geometry" />
        </mxCell>
        <mxCell id="9MY9XchGhbJzdbUOc_TD-2" parent="1" style="rounded=1;whiteSpace=wrap;html=1;" value="单次发送" vertex="1">
          <mxGeometry height="40" width="120" x="540" y="1591" as="geometry" />
        </mxCell>
        <mxCell id="QHgMQiRaE8kp91t9TFko-6" edge="1" parent="1" source="QHgMQiRaE8kp91t9TFko-2" style="edgeStyle=orthogonalEdgeStyle;rounded=0;orthogonalLoop=1;jettySize=auto;html=1;exitX=1;exitY=0.5;exitDx=0;exitDy=0;entryX=0;entryY=0.5;entryDx=0;entryDy=0;curved=1;" target="J33PR6cPvQYWGb48CCDG-4">
          <mxGeometry relative="1" as="geometry" />
        </mxCell>
        <mxCell id="QHgMQiRaE8kp91t9TFko-2" parent="1" style="rounded=1;whiteSpace=wrap;html=1;" value="循环发送" vertex="1">
          <mxGeometry height="40" width="120" x="540" y="1661" as="geometry" />
        </mxCell>
        <mxCell id="QHgMQiRaE8kp91t9TFko-11" edge="1" parent="1" source="QHgMQiRaE8kp91t9TFko-10" style="edgeStyle=orthogonalEdgeStyle;rounded=0;orthogonalLoop=1;jettySize=auto;html=1;exitX=1;exitY=0.5;exitDx=0;exitDy=0;entryX=0;entryY=0.5;entryDx=0;entryDy=0;" target="9MY9XchGhbJzdbUOc_TD-1">
          <mxGeometry relative="1" as="geometry" />
        </mxCell>
        <mxCell id="QHgMQiRaE8kp91t9TFko-10" parent="1" style="rounded=1;whiteSpace=wrap;html=1;" value="New Thread&lt;br&gt;UpdateLCDParamsTask" vertex="1">
          <mxGeometry height="60" width="130" x="180" y="1610.5" as="geometry" />
        </mxCell>
        <mxCell id="QHgMQiRaE8kp91t9TFko-17" edge="1" parent="1" source="QHgMQiRaE8kp91t9TFko-13" style="edgeStyle=orthogonalEdgeStyle;rounded=0;orthogonalLoop=1;jettySize=auto;html=1;exitX=0.5;exitY=1;exitDx=0;exitDy=0;entryX=0.75;entryY=0;entryDx=0;entryDy=0;" target="QHgMQiRaE8kp91t9TFko-8">
          <mxGeometry relative="1" as="geometry" />
        </mxCell>
        <mxCell id="QHgMQiRaE8kp91t9TFko-13" parent="1" style="rounded=1;whiteSpace=wrap;html=1;fillColor=#e1d5e7;strokeColor=#9673a6;" value="HAL::GetSensors" vertex="1">
          <mxGeometry height="50" width="110" x="580" y="1420" as="geometry" />
        </mxCell>
        <mxCell id="QHgMQiRaE8kp91t9TFko-23" edge="1" parent="1" source="QHgMQiRaE8kp91t9TFko-19" style="edgeStyle=orthogonalEdgeStyle;curved=1;rounded=0;orthogonalLoop=1;jettySize=auto;html=1;exitX=1;exitY=0.5;exitDx=0;exitDy=0;entryX=0;entryY=0.5;entryDx=0;entryDy=0;" target="QHgMQiRaE8kp91t9TFko-21">
          <mxGeometry relative="1" as="geometry" />
        </mxCell>
        <mxCell id="QHgMQiRaE8kp91t9TFko-25" edge="1" parent="1" source="QHgMQiRaE8kp91t9TFko-19" style="edgeStyle=orthogonalEdgeStyle;curved=1;rounded=0;orthogonalLoop=1;jettySize=auto;html=1;exitX=1;exitY=0.5;exitDx=0;exitDy=0;entryX=0;entryY=0.5;entryDx=0;entryDy=0;" target="QHgMQiRaE8kp91t9TFko-24">
          <mxGeometry relative="1" as="geometry" />
        </mxCell>
        <mxCell id="QHgMQiRaE8kp91t9TFko-27" edge="1" parent="1" source="QHgMQiRaE8kp91t9TFko-19" style="edgeStyle=orthogonalEdgeStyle;curved=1;rounded=0;orthogonalLoop=1;jettySize=auto;html=1;exitX=1;exitY=0.5;exitDx=0;exitDy=0;entryX=0;entryY=0.5;entryDx=0;entryDy=0;" target="QHgMQiRaE8kp91t9TFko-26">
          <mxGeometry relative="1" as="geometry" />
        </mxCell>
        <mxCell id="QHgMQiRaE8kp91t9TFko-19" parent="1" style="rounded=1;whiteSpace=wrap;html=1;fillColor=#ffe6cc;strokeColor=#d79b00;" value="UART Receive" vertex="1">
          <mxGeometry height="40" width="80" x="140" y="2075" as="geometry" />
        </mxCell>
        <mxCell id="QHgMQiRaE8kp91t9TFko-41" edge="1" parent="1" source="QHgMQiRaE8kp91t9TFko-20" style="edgeStyle=orthogonalEdgeStyle;curved=1;rounded=0;orthogonalLoop=1;jettySize=auto;html=1;exitX=1;exitY=0.5;exitDx=0;exitDy=0;entryX=0;entryY=0.5;entryDx=0;entryDy=0;" target="QHgMQiRaE8kp91t9TFko-39">
          <mxGeometry relative="1" as="geometry" />
        </mxCell>
        <mxCell id="QHgMQiRaE8kp91t9TFko-43" edge="1" parent="1" source="QHgMQiRaE8kp91t9TFko-20" style="edgeStyle=orthogonalEdgeStyle;curved=1;rounded=0;orthogonalLoop=1;jettySize=auto;html=1;exitX=1;exitY=0.5;exitDx=0;exitDy=0;entryX=0;entryY=0.5;entryDx=0;entryDy=0;" target="QHgMQiRaE8kp91t9TFko-37">
          <mxGeometry relative="1" as="geometry" />
        </mxCell>
        <mxCell id="QHgMQiRaE8kp91t9TFko-48" edge="1" parent="1" source="QHgMQiRaE8kp91t9TFko-20" style="edgeStyle=orthogonalEdgeStyle;curved=1;rounded=0;orthogonalLoop=1;jettySize=auto;html=1;exitX=1;exitY=0.5;exitDx=0;exitDy=0;entryX=0;entryY=0.5;entryDx=0;entryDy=0;" target="QHgMQiRaE8kp91t9TFko-45">
          <mxGeometry relative="1" as="geometry" />
        </mxCell>
        <mxCell id="QHgMQiRaE8kp91t9TFko-20" parent="1" style="ellipse;whiteSpace=wrap;html=1;aspect=fixed;fillColor=#dae8fc;strokeColor=#6c8ebf;" value="Account" vertex="1">
          <mxGeometry height="60" width="60" x="380" y="2065" as="geometry" />
        </mxCell>
        <mxCell id="QHgMQiRaE8kp91t9TFko-68" edge="1" parent="1" source="QHgMQiRaE8kp91t9TFko-39" style="edgeStyle=orthogonalEdgeStyle;curved=1;rounded=0;orthogonalLoop=1;jettySize=auto;html=1;exitX=1;exitY=0.5;exitDx=0;exitDy=0;entryX=1;entryY=0.25;entryDx=0;entryDy=0;" target="QHgMQiRaE8kp91t9TFko-37">
          <mxGeometry relative="1" as="geometry">
            <Array as="points">
              <mxPoint x="660" y="1965" />
              <mxPoint x="660" y="2123" />
            </Array>
          </mxGeometry>
        </mxCell>
        <mxCell id="QHgMQiRaE8kp91t9TFko-39" parent="1" style="rounded=1;whiteSpace=wrap;html=1;fillColor=#f8cecc;strokeColor=#b85450;" value="Data Save/Get&lt;br&gt;&lt;font style=&quot;color: rgb(255, 0, 0);&quot;&gt;ManualPage&lt;br&gt;Sub&lt;/font&gt;" vertex="1">
          <mxGeometry height="50" width="90" x="510" y="1940" as="geometry" />
        </mxCell>
        <mxCell id="QHgMQiRaE8kp91t9TFko-40" parent="1" style="text;html=1;whiteSpace=wrap;strokeColor=none;fillColor=none;align=center;verticalAlign=middle;rounded=0;fontStyle=1;fontSize=10;" value="用于数据的保存和加载节点" vertex="1">
          <mxGeometry height="20" width="130" x="500" y="1910" as="geometry" />
        </mxCell>
        <mxCell id="QHgMQiRaE8kp91t9TFko-45" parent="1" style="rounded=1;whiteSpace=wrap;html=1;" value="Current Page" vertex="1">
          <mxGeometry height="40" width="95" x="510" y="2015" as="geometry" />
        </mxCell>
        <mxCell id="QHgMQiRaE8kp91t9TFko-47" connectable="0" parent="1" style="group" value="" vertex="1">
          <mxGeometry height="160" width="80" x="255" y="2015" as="geometry" />
        </mxCell>
        <mxCell id="QHgMQiRaE8kp91t9TFko-44" parent="QHgMQiRaE8kp91t9TFko-47" style="rounded=1;whiteSpace=wrap;html=1;fillColor=#ffe6cc;strokeColor=#d79b00;" value="" vertex="1">
          <mxGeometry height="160" width="80" as="geometry" />
        </mxCell>
        <mxCell id="QHgMQiRaE8kp91t9TFko-21" parent="QHgMQiRaE8kp91t9TFko-47" style="rounded=1;whiteSpace=wrap;html=1;" value="MainPage&lt;br&gt;Public" vertex="1">
          <mxGeometry height="30" width="70" x="5" y="10" as="geometry" />
        </mxCell>
        <mxCell id="QHgMQiRaE8kp91t9TFko-24" parent="QHgMQiRaE8kp91t9TFko-47" style="rounded=1;whiteSpace=wrap;html=1;" value="ManualPage&lt;br&gt;Public" vertex="1">
          <mxGeometry height="30" width="70" x="5" y="65" as="geometry" />
        </mxCell>
        <mxCell id="QHgMQiRaE8kp91t9TFko-26" parent="QHgMQiRaE8kp91t9TFko-47" style="rounded=1;whiteSpace=wrap;html=1;dashed=1;" value="...." vertex="1">
          <mxGeometry height="30" width="70" x="5" y="120" as="geometry" />
        </mxCell>
        <mxCell id="QHgMQiRaE8kp91t9TFko-58" edge="1" parent="1" source="QHgMQiRaE8kp91t9TFko-49" style="edgeStyle=orthogonalEdgeStyle;curved=1;rounded=0;orthogonalLoop=1;jettySize=auto;html=1;exitX=0;exitY=0.5;exitDx=0;exitDy=0;entryX=1;entryY=0.5;entryDx=0;entryDy=0;" target="QHgMQiRaE8kp91t9TFko-52">
          <mxGeometry relative="1" as="geometry" />
        </mxCell>
        <mxCell id="QHgMQiRaE8kp91t9TFko-49" parent="1" style="ellipse;whiteSpace=wrap;html=1;aspect=fixed;fillColor=#dae8fc;strokeColor=#6c8ebf;" value="Account" vertex="1">
          <mxGeometry height="60" width="60" x="380" y="2230" as="geometry" />
        </mxCell>
        <mxCell id="QHgMQiRaE8kp91t9TFko-50" parent="1" style="rounded=1;whiteSpace=wrap;html=1;fillColor=#d5e8d4;strokeColor=#82b366;" value="UART Send" vertex="1">
          <mxGeometry height="40" width="80" x="140" y="2250" as="geometry" />
        </mxCell>
        <mxCell id="QHgMQiRaE8kp91t9TFko-51" connectable="0" parent="1" style="group" value="" vertex="1">
          <mxGeometry height="160" width="80" x="250" y="2190" as="geometry" />
        </mxCell>
        <mxCell id="QHgMQiRaE8kp91t9TFko-52" parent="QHgMQiRaE8kp91t9TFko-51" style="rounded=1;whiteSpace=wrap;html=1;fillColor=#ffe6cc;strokeColor=#d79b00;" value="" vertex="1">
          <mxGeometry height="160" width="80" as="geometry" />
        </mxCell>
        <mxCell id="QHgMQiRaE8kp91t9TFko-54" parent="QHgMQiRaE8kp91t9TFko-51" style="rounded=1;whiteSpace=wrap;html=1;" value="ManualPage&lt;br&gt;Sub" vertex="1">
          <mxGeometry height="30" width="70" x="5" y="20" as="geometry" />
        </mxCell>
        <mxCell id="QHgMQiRaE8kp91t9TFko-55" parent="QHgMQiRaE8kp91t9TFko-51" style="rounded=1;whiteSpace=wrap;html=1;dashed=1;" value="...." vertex="1">
          <mxGeometry height="30" width="70" x="5" y="120" as="geometry" />
        </mxCell>
        <mxCell id="QHgMQiRaE8kp91t9TFko-56" connectable="0" parent="1" style="group" value="" vertex="1">
          <mxGeometry height="150" width="100" x="500" y="2070" as="geometry" />
        </mxCell>
        <mxCell id="QHgMQiRaE8kp91t9TFko-37" parent="QHgMQiRaE8kp91t9TFko-56" style="rounded=1;whiteSpace=wrap;html=1;fillColor=#dae8fc;strokeColor=#6c8ebf;" value="" vertex="1">
          <mxGeometry height="130" width="90" x="5" y="20" as="geometry" />
        </mxCell>
        <mxCell id="QHgMQiRaE8kp91t9TFko-31" parent="QHgMQiRaE8kp91t9TFko-56" style="rounded=1;whiteSpace=wrap;html=1;" value="ManualPage&lt;br&gt;Sub/Pub" vertex="1">
          <mxGeometry height="30" width="70" x="15" y="70" as="geometry" />
        </mxCell>
        <mxCell id="QHgMQiRaE8kp91t9TFko-33" parent="QHgMQiRaE8kp91t9TFko-56" style="rounded=1;whiteSpace=wrap;html=1;" value="MainPage&lt;br&gt;Sub/Pub" vertex="1">
          <mxGeometry height="30" width="70" x="15" y="30" as="geometry" />
        </mxCell>
        <mxCell id="QHgMQiRaE8kp91t9TFko-35" parent="QHgMQiRaE8kp91t9TFko-56" style="rounded=1;whiteSpace=wrap;html=1;dashed=1;" value="...." vertex="1">
          <mxGeometry height="30" width="70" x="15" y="110" as="geometry" />
        </mxCell>
        <mxCell id="QHgMQiRaE8kp91t9TFko-38" parent="QHgMQiRaE8kp91t9TFko-56" style="text;html=1;whiteSpace=wrap;strokeColor=none;fillColor=none;align=center;verticalAlign=middle;rounded=0;fontStyle=1;fontSize=10;" value="页面的订阅/发布的&lt;br&gt;处理" vertex="1">
          <mxGeometry height="20" width="100" as="geometry" />
        </mxCell>
        <mxCell id="QHgMQiRaE8kp91t9TFko-57" edge="1" parent="1" source="QHgMQiRaE8kp91t9TFko-37" style="edgeStyle=orthogonalEdgeStyle;curved=1;rounded=0;orthogonalLoop=1;jettySize=auto;html=1;exitX=0;exitY=0.5;exitDx=0;exitDy=0;entryX=1;entryY=0.5;entryDx=0;entryDy=0;" target="QHgMQiRaE8kp91t9TFko-49">
          <mxGeometry relative="1" as="geometry" />
        </mxCell>
        <mxCell id="QHgMQiRaE8kp91t9TFko-59" edge="1" parent="1" source="QHgMQiRaE8kp91t9TFko-52" style="edgeStyle=orthogonalEdgeStyle;curved=1;rounded=0;orthogonalLoop=1;jettySize=auto;html=1;exitX=0;exitY=0.5;exitDx=0;exitDy=0;entryX=1;entryY=0.5;entryDx=0;entryDy=0;" target="QHgMQiRaE8kp91t9TFko-50">
          <mxGeometry relative="1" as="geometry" />
        </mxCell>
        <mxCell id="QHgMQiRaE8kp91t9TFko-72" edge="1" parent="1" source="QHgMQiRaE8kp91t9TFko-66" style="edgeStyle=orthogonalEdgeStyle;curved=1;rounded=0;orthogonalLoop=1;jettySize=auto;html=1;exitX=0;exitY=0.5;exitDx=0;exitDy=0;entryX=1;entryY=0.5;entryDx=0;entryDy=0;" target="QHgMQiRaE8kp91t9TFko-37">
          <mxGeometry relative="1" as="geometry" />
        </mxCell>
        <mxCell id="QHgMQiRaE8kp91t9TFko-66" parent="1" style="rounded=1;whiteSpace=wrap;html=1;" value="Hal::Sensor&lt;br&gt;Get" vertex="1">
          <mxGeometry height="30" width="120" x="640" y="2130" as="geometry" />
        </mxCell>
        <mxCell id="QHgMQiRaE8kp91t9TFko-73" edge="1" parent="1" source="QHgMQiRaE8kp91t9TFko-67" style="edgeStyle=orthogonalEdgeStyle;curved=1;rounded=0;orthogonalLoop=1;jettySize=auto;html=1;exitX=0;exitY=0.5;exitDx=0;exitDy=0;entryX=1;entryY=0.75;entryDx=0;entryDy=0;" target="QHgMQiRaE8kp91t9TFko-37">
          <mxGeometry relative="1" as="geometry" />
        </mxCell>
        <mxCell id="QHgMQiRaE8kp91t9TFko-67" parent="1" style="rounded=1;whiteSpace=wrap;html=1;" value="APP::Pipeline Status&lt;br&gt;Get" vertex="1">
          <mxGeometry height="30" width="120" x="640" y="2190" as="geometry" />
        </mxCell>
        <mxCell id="2UAaex6_is9iRHGtf3RM-2" parent="1" style="text;html=1;whiteSpace=wrap;strokeColor=none;fillColor=none;align=center;verticalAlign=middle;rounded=0;fontSize=17;" value="咖啡机控制板的数据传递（第二阶段）" vertex="1">
          <mxGeometry height="30" width="300" x="10" y="1880" as="geometry" />
        </mxCell>
        <mxCell id="2UAaex6_is9iRHGtf3RM-9" edge="1" parent="1" source="2UAaex6_is9iRHGtf3RM-3" style="edgeStyle=orthogonalEdgeStyle;curved=1;rounded=0;orthogonalLoop=1;jettySize=auto;html=1;exitX=1;exitY=0.75;exitDx=0;exitDy=0;entryX=0;entryY=0.75;entryDx=0;entryDy=0;" target="2UAaex6_is9iRHGtf3RM-5">
          <mxGeometry relative="1" as="geometry" />
        </mxCell>
        <mxCell id="2UAaex6_is9iRHGtf3RM-10" connectable="0" parent="2UAaex6_is9iRHGtf3RM-9" style="edgeLabel;html=1;align=center;verticalAlign=middle;resizable=0;points=[];" value="完成时发送响应&lt;br&gt;MachineStatus_Publish" vertex="1">
          <mxGeometry relative="1" x="0.0235" y="1" as="geometry">
            <mxPoint as="offset" />
          </mxGeometry>
        </mxCell>
        <mxCell id="2UAaex6_is9iRHGtf3RM-3" parent="1" style="rounded=1;whiteSpace=wrap;html=1;" value="main_page" vertex="1">
          <mxGeometry height="60" width="70" x="100" y="2480" as="geometry" />
        </mxCell>
        <mxCell id="2UAaex6_is9iRHGtf3RM-4" parent="1" style="text;html=1;whiteSpace=wrap;strokeColor=none;fillColor=none;align=center;verticalAlign=middle;rounded=0;fontSize=16;fontStyle=1" value="咖啡机控制板" vertex="1">
          <mxGeometry height="30" width="100" x="100" y="2410" as="geometry" />
        </mxCell>
        <mxCell id="2UAaex6_is9iRHGtf3RM-7" edge="1" parent="1" source="2UAaex6_is9iRHGtf3RM-5" style="edgeStyle=orthogonalEdgeStyle;rounded=0;orthogonalLoop=1;jettySize=auto;html=1;exitX=0;exitY=0.25;exitDx=0;exitDy=0;entryX=1;entryY=0.25;entryDx=0;entryDy=0;curved=1;" target="2UAaex6_is9iRHGtf3RM-3">
          <mxGeometry relative="1" as="geometry" />
        </mxCell>
        <mxCell id="2UAaex6_is9iRHGtf3RM-8" connectable="0" parent="2UAaex6_is9iRHGtf3RM-7" style="edgeLabel;html=1;align=center;verticalAlign=middle;resizable=0;points=[];" value="按键触发" vertex="1">
          <mxGeometry relative="1" x="-0.0162" y="1" as="geometry">
            <mxPoint as="offset" />
          </mxGeometry>
        </mxCell>
        <mxCell id="2UAaex6_is9iRHGtf3RM-5" parent="1" style="rounded=1;whiteSpace=wrap;html=1;" value="main_page" vertex="1">
          <mxGeometry height="60" width="70" x="340" y="2480" as="geometry" />
        </mxCell>
        <mxCell id="2UAaex6_is9iRHGtf3RM-6" parent="1" style="text;html=1;whiteSpace=wrap;strokeColor=none;fillColor=none;align=center;verticalAlign=middle;rounded=0;fontSize=16;fontStyle=1" value="触摸板" vertex="1">
          <mxGeometry height="30" width="60" x="340" y="2410" as="geometry" />
        </mxCell>
        <mxCell id="2UAaex6_is9iRHGtf3RM-11" edge="1" parent="1" source="2UAaex6_is9iRHGtf3RM-13" style="edgeStyle=orthogonalEdgeStyle;curved=1;rounded=0;orthogonalLoop=1;jettySize=auto;html=1;exitX=1;exitY=0.75;exitDx=0;exitDy=0;entryX=0;entryY=0.75;entryDx=0;entryDy=0;" target="2UAaex6_is9iRHGtf3RM-16">
          <mxGeometry relative="1" as="geometry" />
        </mxCell>
        <mxCell id="2UAaex6_is9iRHGtf3RM-12" connectable="0" parent="2UAaex6_is9iRHGtf3RM-11" style="edgeLabel;html=1;align=center;verticalAlign=middle;resizable=0;points=[];" value="循环发送状态" vertex="1">
          <mxGeometry relative="1" x="0.0235" y="1" as="geometry">
            <mxPoint as="offset" />
          </mxGeometry>
        </mxCell>
        <mxCell id="2UAaex6_is9iRHGtf3RM-13" parent="1" style="rounded=1;whiteSpace=wrap;html=1;" value="ManualPage" vertex="1">
          <mxGeometry height="110" width="70" x="100" y="2590" as="geometry" />
        </mxCell>
        <mxCell id="2UAaex6_is9iRHGtf3RM-14" edge="1" parent="1" source="2UAaex6_is9iRHGtf3RM-16" style="edgeStyle=orthogonalEdgeStyle;rounded=0;orthogonalLoop=1;jettySize=auto;html=1;exitX=0;exitY=0.25;exitDx=0;exitDy=0;entryX=1;entryY=0.25;entryDx=0;entryDy=0;curved=1;" target="2UAaex6_is9iRHGtf3RM-13">
          <mxGeometry relative="1" as="geometry" />
        </mxCell>
        <mxCell id="2UAaex6_is9iRHGtf3RM-15" connectable="0" parent="2UAaex6_is9iRHGtf3RM-14" style="edgeLabel;html=1;align=center;verticalAlign=middle;resizable=0;points=[];" value="加载会发布RES/GET&lt;br&gt;告诉切换页面" vertex="1">
          <mxGeometry relative="1" x="-0.0162" y="1" as="geometry">
            <mxPoint as="offset" />
          </mxGeometry>
        </mxCell>
        <mxCell id="So0UA55S36cV1F2LpzZS-1" edge="1" parent="1" source="2UAaex6_is9iRHGtf3RM-16" style="edgeStyle=orthogonalEdgeStyle;rounded=0;orthogonalLoop=1;jettySize=auto;html=1;exitX=0;exitY=0.5;exitDx=0;exitDy=0;entryX=1;entryY=0.5;entryDx=0;entryDy=0;" target="2UAaex6_is9iRHGtf3RM-13">
          <mxGeometry relative="1" as="geometry" />
        </mxCell>
        <mxCell id="So0UA55S36cV1F2LpzZS-2" connectable="0" parent="So0UA55S36cV1F2LpzZS-1" style="edgeLabel;html=1;align=center;verticalAlign=middle;resizable=0;points=[];" value="下拉框/按键" vertex="1">
          <mxGeometry relative="1" x="-0.0353" as="geometry">
            <mxPoint as="offset" />
          </mxGeometry>
        </mxCell>
        <mxCell id="2UAaex6_is9iRHGtf3RM-16" parent="1" style="rounded=1;whiteSpace=wrap;html=1;" value="ManualPage" vertex="1">
          <mxGeometry height="110" width="70" x="340" y="2590" as="geometry" />
        </mxCell>
        <mxCell id="So0UA55S36cV1F2LpzZS-4" edge="1" parent="1" source="So0UA55S36cV1F2LpzZS-6" style="edgeStyle=orthogonalEdgeStyle;curved=1;rounded=0;orthogonalLoop=1;jettySize=auto;html=1;exitX=1;exitY=0.75;exitDx=0;exitDy=0;entryX=0;entryY=0.75;entryDx=0;entryDy=0;startArrow=classic;startFill=1;endArrow=none;endFill=0;" target="So0UA55S36cV1F2LpzZS-11">
          <mxGeometry relative="1" as="geometry" />
        </mxCell>
        <mxCell id="So0UA55S36cV1F2LpzZS-5" connectable="0" parent="So0UA55S36cV1F2LpzZS-4" style="edgeLabel;html=1;align=center;verticalAlign=middle;resizable=0;points=[];" value="保存数据" vertex="1">
          <mxGeometry relative="1" x="0.0235" y="1" as="geometry">
            <mxPoint as="offset" />
          </mxGeometry>
        </mxCell>
        <mxCell id="So0UA55S36cV1F2LpzZS-12" edge="1" parent="1" source="So0UA55S36cV1F2LpzZS-6" style="edgeStyle=orthogonalEdgeStyle;rounded=0;orthogonalLoop=1;jettySize=auto;html=1;exitX=1;exitY=0.5;exitDx=0;exitDy=0;entryX=0;entryY=0.5;entryDx=0;entryDy=0;" target="So0UA55S36cV1F2LpzZS-11">
          <mxGeometry relative="1" as="geometry" />
        </mxCell>
        <mxCell id="So0UA55S36cV1F2LpzZS-13" connectable="0" parent="So0UA55S36cV1F2LpzZS-12" style="edgeLabel;html=1;align=center;verticalAlign=middle;resizable=0;points=[];" value="返回数据&lt;br&gt;SUB_CMD_RES" vertex="1">
          <mxGeometry relative="1" x="-0.0639" as="geometry">
            <mxPoint as="offset" />
          </mxGeometry>
        </mxCell>
        <mxCell id="So0UA55S36cV1F2LpzZS-6" parent="1" style="rounded=1;whiteSpace=wrap;html=1;" value="CurerDesign" vertex="1">
          <mxGeometry height="140" width="70" x="100" y="2760" as="geometry" />
        </mxCell>
        <mxCell id="So0UA55S36cV1F2LpzZS-7" edge="1" parent="1" source="So0UA55S36cV1F2LpzZS-11" style="edgeStyle=orthogonalEdgeStyle;rounded=0;orthogonalLoop=1;jettySize=auto;html=1;exitX=0;exitY=0.25;exitDx=0;exitDy=0;entryX=1;entryY=0.25;entryDx=0;entryDy=0;curved=1;" target="So0UA55S36cV1F2LpzZS-6">
          <mxGeometry relative="1" as="geometry" />
        </mxCell>
        <mxCell id="So0UA55S36cV1F2LpzZS-8" connectable="0" parent="So0UA55S36cV1F2LpzZS-7" style="edgeLabel;html=1;align=center;verticalAlign=middle;resizable=0;points=[];" value="请求数据&lt;br&gt;SUB_CMD_GET" vertex="1">
          <mxGeometry relative="1" x="-0.0162" y="1" as="geometry">
            <mxPoint as="offset" />
          </mxGeometry>
        </mxCell>
        <mxCell id="So0UA55S36cV1F2LpzZS-11" parent="1" style="rounded=1;whiteSpace=wrap;html=1;" value="CurerDesign" vertex="1">
          <mxGeometry height="140" width="70" x="340" y="2760" as="geometry" />
        </mxCell>
        <mxCell id="So0UA55S36cV1F2LpzZS-16" edge="1" parent="1" source="So0UA55S36cV1F2LpzZS-20" style="edgeStyle=orthogonalEdgeStyle;curved=1;rounded=0;orthogonalLoop=1;jettySize=auto;html=1;exitX=1;exitY=0.75;exitDx=0;exitDy=0;entryX=0;entryY=0.75;entryDx=0;entryDy=0;startArrow=classic;startFill=1;endArrow=none;endFill=0;" target="So0UA55S36cV1F2LpzZS-23">
          <mxGeometry relative="1" as="geometry" />
        </mxCell>
        <mxCell id="So0UA55S36cV1F2LpzZS-17" connectable="0" parent="So0UA55S36cV1F2LpzZS-16" style="edgeLabel;html=1;align=center;verticalAlign=middle;resizable=0;points=[];" value="开关控制" vertex="1">
          <mxGeometry relative="1" x="0.0235" y="1" as="geometry">
            <mxPoint as="offset" />
          </mxGeometry>
        </mxCell>
        <mxCell id="So0UA55S36cV1F2LpzZS-18" edge="1" parent="1" source="So0UA55S36cV1F2LpzZS-20" style="edgeStyle=orthogonalEdgeStyle;rounded=0;orthogonalLoop=1;jettySize=auto;html=1;exitX=1;exitY=0.5;exitDx=0;exitDy=0;entryX=0;entryY=0.5;entryDx=0;entryDy=0;" target="So0UA55S36cV1F2LpzZS-23">
          <mxGeometry relative="1" as="geometry" />
        </mxCell>
        <mxCell id="So0UA55S36cV1F2LpzZS-19" connectable="0" parent="So0UA55S36cV1F2LpzZS-18" style="edgeLabel;html=1;align=center;verticalAlign=middle;resizable=0;points=[];" value="返回数据&lt;br&gt;SUB_CMD_RES" vertex="1">
          <mxGeometry relative="1" x="-0.0639" as="geometry">
            <mxPoint as="offset" />
          </mxGeometry>
        </mxCell>
        <mxCell id="So0UA55S36cV1F2LpzZS-20" parent="1" style="rounded=1;whiteSpace=wrap;html=1;" value="ExtTempCtl&lt;br&gt;&amp;amp;&lt;br&gt;SteamTempCtl" vertex="1">
          <mxGeometry height="180" width="90" x="100" y="2940" as="geometry" />
        </mxCell>
        <mxCell id="So0UA55S36cV1F2LpzZS-21" edge="1" parent="1" source="So0UA55S36cV1F2LpzZS-23" style="edgeStyle=orthogonalEdgeStyle;rounded=0;orthogonalLoop=1;jettySize=auto;html=1;exitX=0;exitY=0.25;exitDx=0;exitDy=0;entryX=1;entryY=0.25;entryDx=0;entryDy=0;curved=1;" target="So0UA55S36cV1F2LpzZS-20">
          <mxGeometry relative="1" as="geometry" />
        </mxCell>
        <mxCell id="So0UA55S36cV1F2LpzZS-22" connectable="0" parent="So0UA55S36cV1F2LpzZS-21" style="edgeLabel;html=1;align=center;verticalAlign=middle;resizable=0;points=[];" value="请求数据&lt;br&gt;SUB_CMD_GET" vertex="1">
          <mxGeometry relative="1" x="-0.0162" y="1" as="geometry">
            <mxPoint as="offset" />
          </mxGeometry>
        </mxCell>
        <mxCell id="So0UA55S36cV1F2LpzZS-23" parent="1" style="rounded=1;whiteSpace=wrap;html=1;" value="ExtTempCtl&lt;br&gt;&amp;amp;&lt;br&gt;SteamTempCtl" vertex="1">
          <mxGeometry height="180" width="90" x="340" y="2940" as="geometry" />
        </mxCell>
        <mxCell id="So0UA55S36cV1F2LpzZS-24" edge="1" parent="1" source="So0UA55S36cV1F2LpzZS-20" style="edgeStyle=orthogonalEdgeStyle;curved=1;rounded=0;orthogonalLoop=1;jettySize=auto;html=1;exitX=1.017;exitY=0.885;exitDx=0;exitDy=0;entryX=0;entryY=0.75;entryDx=0;entryDy=0;startArrow=classic;startFill=1;endArrow=none;endFill=0;exitPerimeter=0;">
          <mxGeometry relative="1" as="geometry">
            <mxPoint x="170" y="3100" as="sourcePoint" />
            <mxPoint x="340" y="3100" as="targetPoint" />
          </mxGeometry>
        </mxCell>
        <mxCell id="So0UA55S36cV1F2LpzZS-25" connectable="0" parent="So0UA55S36cV1F2LpzZS-24" style="edgeLabel;html=1;align=center;verticalAlign=middle;resizable=0;points=[];" value="保存数据" vertex="1">
          <mxGeometry relative="1" x="0.0235" y="1" as="geometry">
            <mxPoint as="offset" />
          </mxGeometry>
        </mxCell>
        <mxCell id="So0UA55S36cV1F2LpzZS-28" parent="1" style="rounded=1;whiteSpace=wrap;html=1;" value="Settings" vertex="1">
          <mxGeometry height="60" width="70" x="560" y="2440" as="geometry" />
        </mxCell>
        <mxCell id="So0UA55S36cV1F2LpzZS-30" edge="1" parent="1" source="So0UA55S36cV1F2LpzZS-29" style="edgeStyle=orthogonalEdgeStyle;rounded=0;orthogonalLoop=1;jettySize=auto;html=1;exitX=0;exitY=0.5;exitDx=0;exitDy=0;entryX=1;entryY=0.5;entryDx=0;entryDy=0;" target="So0UA55S36cV1F2LpzZS-28">
          <mxGeometry relative="1" as="geometry" />
        </mxCell>
        <mxCell id="So0UA55S36cV1F2LpzZS-31" connectable="0" parent="So0UA55S36cV1F2LpzZS-30" style="edgeLabel;html=1;align=center;verticalAlign=middle;resizable=0;points=[];" value="Reset" vertex="1">
          <mxGeometry relative="1" x="0.0595" as="geometry">
            <mxPoint as="offset" />
          </mxGeometry>
        </mxCell>
        <mxCell id="So0UA55S36cV1F2LpzZS-29" parent="1" style="rounded=1;whiteSpace=wrap;html=1;" value="Settings" vertex="1">
          <mxGeometry height="60" width="70" x="750" y="2440" as="geometry" />
        </mxCell>
        <mxCell id="So0UA55S36cV1F2LpzZS-36" edge="1" parent="1" source="So0UA55S36cV1F2LpzZS-32" style="edgeStyle=orthogonalEdgeStyle;rounded=0;orthogonalLoop=1;jettySize=auto;html=1;exitX=1;exitY=0.5;exitDx=0;exitDy=0;entryX=0;entryY=0.5;entryDx=0;entryDy=0;" target="So0UA55S36cV1F2LpzZS-33">
          <mxGeometry relative="1" as="geometry" />
        </mxCell>
        <mxCell id="So0UA55S36cV1F2LpzZS-37" connectable="0" parent="So0UA55S36cV1F2LpzZS-36" style="edgeLabel;html=1;align=center;verticalAlign=middle;resizable=0;points=[];fontSize=7;" value="反馈数据&lt;br&gt;SUB_CMD_RES" vertex="1">
          <mxGeometry relative="1" x="-0.1701" y="-1" as="geometry">
            <mxPoint x="10" y="-1" as="offset" />
          </mxGeometry>
        </mxCell>
        <mxCell id="So0UA55S36cV1F2LpzZS-42" edge="1" parent="1" source="So0UA55S36cV1F2LpzZS-32" style="edgeStyle=orthogonalEdgeStyle;rounded=0;orthogonalLoop=1;jettySize=auto;html=1;exitX=1;exitY=0.75;exitDx=0;exitDy=0;entryX=0;entryY=0.75;entryDx=0;entryDy=0;" target="So0UA55S36cV1F2LpzZS-33">
          <mxGeometry relative="1" as="geometry" />
        </mxCell>
        <mxCell id="So0UA55S36cV1F2LpzZS-43" connectable="0" parent="So0UA55S36cV1F2LpzZS-42" style="edgeLabel;html=1;align=center;verticalAlign=bottom;resizable=0;points=[];fontSize=6;" value="循环发送剩余次数" vertex="1">
          <mxGeometry relative="1" x="-0.0593" as="geometry">
            <mxPoint y="6" as="offset" />
          </mxGeometry>
        </mxCell>
        <mxCell id="So0UA55S36cV1F2LpzZS-32" parent="1" style="rounded=1;whiteSpace=wrap;html=1;" value="AutoClean" vertex="1">
          <mxGeometry height="150" width="70" x="560" y="2530" as="geometry" />
        </mxCell>
        <mxCell id="So0UA55S36cV1F2LpzZS-34" edge="1" parent="1" source="So0UA55S36cV1F2LpzZS-33" style="edgeStyle=orthogonalEdgeStyle;rounded=0;orthogonalLoop=1;jettySize=auto;html=1;exitX=0;exitY=0.25;exitDx=0;exitDy=0;entryX=1;entryY=0.25;entryDx=0;entryDy=0;" target="So0UA55S36cV1F2LpzZS-32">
          <mxGeometry relative="1" as="geometry" />
        </mxCell>
        <mxCell id="So0UA55S36cV1F2LpzZS-35" connectable="0" parent="So0UA55S36cV1F2LpzZS-34" style="edgeLabel;html=1;align=center;verticalAlign=middle;resizable=0;points=[];fontSize=7;" value="页面开始&lt;br&gt;SUB_CMD_GET" vertex="1">
          <mxGeometry relative="1" x="-0.0278" as="geometry">
            <mxPoint y="-17" as="offset" />
          </mxGeometry>
        </mxCell>
        <mxCell id="So0UA55S36cV1F2LpzZS-38" edge="1" parent="1" source="So0UA55S36cV1F2LpzZS-33" style="edgeStyle=orthogonalEdgeStyle;rounded=0;orthogonalLoop=1;jettySize=auto;html=1;exitX=0.014;exitY=0.366;exitDx=0;exitDy=0;entryX=1.035;entryY=0.369;entryDx=0;entryDy=0;exitPerimeter=0;entryPerimeter=0;" target="So0UA55S36cV1F2LpzZS-32">
          <mxGeometry relative="1" as="geometry" />
        </mxCell>
        <mxCell id="So0UA55S36cV1F2LpzZS-39" connectable="0" parent="So0UA55S36cV1F2LpzZS-38" style="edgeLabel;html=1;align=center;verticalAlign=middle;resizable=0;points=[];fontSize=7;" value="返回保存数据&lt;br&gt;SUB_CMD_SET" vertex="1">
          <mxGeometry relative="1" x="0.16" as="geometry">
            <mxPoint x="10" y="-7" as="offset" />
          </mxGeometry>
        </mxCell>
        <mxCell id="So0UA55S36cV1F2LpzZS-33" parent="1" style="rounded=1;whiteSpace=wrap;html=1;" value="AutoClean" vertex="1">
          <mxGeometry height="150" width="70" x="750" y="2530" as="geometry" />
        </mxCell>
        <mxCell id="So0UA55S36cV1F2LpzZS-40" edge="1" parent="1" style="edgeStyle=orthogonalEdgeStyle;rounded=0;orthogonalLoop=1;jettySize=auto;html=1;exitX=1;exitY=0.5;exitDx=0;exitDy=0;entryX=0;entryY=0.5;entryDx=0;entryDy=0;">
          <mxGeometry relative="1" as="geometry">
            <mxPoint x="630" y="2630" as="sourcePoint" />
            <mxPoint x="750" y="2630" as="targetPoint" />
          </mxGeometry>
        </mxCell>
        <mxCell id="So0UA55S36cV1F2LpzZS-41" connectable="0" parent="So0UA55S36cV1F2LpzZS-40" style="edgeLabel;html=1;align=center;verticalAlign=middle;resizable=0;points=[];fontSize=4;" value="开始/停止&lt;br&gt;SUB_CMD_AUTO_CLEAN_START/STOP" vertex="1">
          <mxGeometry relative="1" x="-0.1701" y="-1" as="geometry">
            <mxPoint x="10" y="-1" as="offset" />
          </mxGeometry>
        </mxCell>
        <mxCell id="So0UA55S36cV1F2LpzZS-50" edge="1" parent="1" source="So0UA55S36cV1F2LpzZS-44" style="edgeStyle=orthogonalEdgeStyle;rounded=0;orthogonalLoop=1;jettySize=auto;html=1;exitX=1;exitY=0.75;exitDx=0;exitDy=0;entryX=0;entryY=0.75;entryDx=0;entryDy=0;" target="So0UA55S36cV1F2LpzZS-47">
          <mxGeometry relative="1" as="geometry" />
        </mxCell>
        <mxCell id="So0UA55S36cV1F2LpzZS-51" connectable="0" parent="So0UA55S36cV1F2LpzZS-50" style="edgeLabel;html=1;align=center;verticalAlign=middle;resizable=0;points=[];" value="SET" vertex="1">
          <mxGeometry relative="1" x="-0.0389" as="geometry">
            <mxPoint as="offset" />
          </mxGeometry>
        </mxCell>
        <mxCell id="So0UA55S36cV1F2LpzZS-44" parent="1" style="rounded=1;whiteSpace=wrap;html=1;" value="AutoSleep" vertex="1">
          <mxGeometry height="60" width="70" x="560" y="2720" as="geometry" />
        </mxCell>
        <mxCell id="So0UA55S36cV1F2LpzZS-48" edge="1" parent="1" source="So0UA55S36cV1F2LpzZS-47" style="edgeStyle=orthogonalEdgeStyle;rounded=0;orthogonalLoop=1;jettySize=auto;html=1;exitX=0;exitY=0.25;exitDx=0;exitDy=0;entryX=1;entryY=0.25;entryDx=0;entryDy=0;" target="So0UA55S36cV1F2LpzZS-44">
          <mxGeometry relative="1" as="geometry" />
        </mxCell>
        <mxCell id="So0UA55S36cV1F2LpzZS-49" connectable="0" parent="So0UA55S36cV1F2LpzZS-48" style="edgeLabel;html=1;align=center;verticalAlign=middle;resizable=0;points=[];" value="GET" vertex="1">
          <mxGeometry relative="1" x="0.05" as="geometry">
            <mxPoint as="offset" />
          </mxGeometry>
        </mxCell>
        <mxCell id="So0UA55S36cV1F2LpzZS-47" parent="1" style="rounded=1;whiteSpace=wrap;html=1;" value="AutoSleep" vertex="1">
          <mxGeometry height="60" width="70" x="750" y="2720" as="geometry" />
        </mxCell>
        <mxCell id="So0UA55S36cV1F2LpzZS-52" parent="1" style="rounded=1;whiteSpace=wrap;html=1;" value="WifiLIst" vertex="1">
          <mxGeometry height="130" width="70" x="560" y="2820" as="geometry" />
        </mxCell>
        <mxCell id="So0UA55S36cV1F2LpzZS-53" parent="1" style="rounded=1;whiteSpace=wrap;html=1;" value="WifiLIst" vertex="1">
          <mxGeometry height="130" width="70" x="750" y="2820" as="geometry" />
        </mxCell>
        <mxCell id="So0UA55S36cV1F2LpzZS-54" edge="1" parent="1" style="edgeStyle=orthogonalEdgeStyle;rounded=0;orthogonalLoop=1;jettySize=auto;html=1;exitX=0;exitY=0.25;exitDx=0;exitDy=0;entryX=1;entryY=0.25;entryDx=0;entryDy=0;">
          <mxGeometry relative="1" as="geometry">
            <mxPoint x="750" y="2850" as="sourcePoint" />
            <mxPoint x="630" y="2850" as="targetPoint" />
          </mxGeometry>
        </mxCell>
        <mxCell id="So0UA55S36cV1F2LpzZS-55" connectable="0" parent="So0UA55S36cV1F2LpzZS-54" style="edgeLabel;html=1;align=center;verticalAlign=middle;resizable=0;points=[];" value="RES(通知)" vertex="1">
          <mxGeometry relative="1" x="0.05" as="geometry">
            <mxPoint as="offset" />
          </mxGeometry>
        </mxCell>
        <mxCell id="So0UA55S36cV1F2LpzZS-56" edge="1" parent="1" style="edgeStyle=orthogonalEdgeStyle;rounded=0;orthogonalLoop=1;jettySize=auto;html=1;exitX=0;exitY=0.25;exitDx=0;exitDy=0;entryX=1;entryY=0.25;entryDx=0;entryDy=0;">
          <mxGeometry relative="1" as="geometry">
            <Array as="points">
              <mxPoint x="700" y="2870" />
              <mxPoint x="700" y="2870" />
            </Array>
            <mxPoint x="750" y="2870" as="sourcePoint" />
            <mxPoint x="630" y="2870" as="targetPoint" />
          </mxGeometry>
        </mxCell>
        <mxCell id="So0UA55S36cV1F2LpzZS-57" connectable="0" parent="So0UA55S36cV1F2LpzZS-56" style="edgeLabel;html=1;align=center;verticalAlign=middle;resizable=0;points=[];fontSize=6;" value="SUB_CMD_SETTING_WIFI_SCAN" vertex="1">
          <mxGeometry relative="1" x="0.05" as="geometry">
            <mxPoint as="offset" />
          </mxGeometry>
        </mxCell>
        <mxCell id="So0UA55S36cV1F2LpzZS-58" edge="1" parent="1" style="edgeStyle=orthogonalEdgeStyle;rounded=0;orthogonalLoop=1;jettySize=auto;html=1;exitX=0;exitY=0.25;exitDx=0;exitDy=0;entryX=1;entryY=0.25;entryDx=0;entryDy=0;startArrow=classic;startFill=1;endArrow=none;endFill=0;">
          <mxGeometry relative="1" as="geometry">
            <mxPoint x="750" y="2890" as="sourcePoint" />
            <mxPoint x="630" y="2890" as="targetPoint" />
          </mxGeometry>
        </mxCell>
        <mxCell id="So0UA55S36cV1F2LpzZS-59" connectable="0" parent="So0UA55S36cV1F2LpzZS-58" style="edgeLabel;html=1;align=center;verticalAlign=middle;resizable=0;points=[];fontColor=#FF0000;" value="WIFI LIST" vertex="1">
          <mxGeometry relative="1" x="0.05" as="geometry">
            <mxPoint as="offset" />
          </mxGeometry>
        </mxCell>
        <mxCell id="So0UA55S36cV1F2LpzZS-60" edge="1" parent="1" style="edgeStyle=orthogonalEdgeStyle;rounded=0;orthogonalLoop=1;jettySize=auto;html=1;exitX=0;exitY=0.25;exitDx=0;exitDy=0;entryX=1;entryY=0.25;entryDx=0;entryDy=0;">
          <mxGeometry relative="1" as="geometry">
            <mxPoint x="750" y="2910" as="sourcePoint" />
            <mxPoint x="630" y="2910" as="targetPoint" />
          </mxGeometry>
        </mxCell>
        <mxCell id="So0UA55S36cV1F2LpzZS-61" connectable="0" parent="So0UA55S36cV1F2LpzZS-60" style="edgeLabel;html=1;align=center;verticalAlign=middle;resizable=0;points=[];" value="连接" vertex="1">
          <mxGeometry relative="1" x="0.05" as="geometry">
            <mxPoint as="offset" />
          </mxGeometry>
        </mxCell>
        <mxCell id="So0UA55S36cV1F2LpzZS-62" edge="1" parent="1" style="edgeStyle=orthogonalEdgeStyle;rounded=0;orthogonalLoop=1;jettySize=auto;html=1;exitX=0;exitY=0.25;exitDx=0;exitDy=0;entryX=1;entryY=0.25;entryDx=0;entryDy=0;startArrow=none;startFill=0;endArrow=classic;endFill=1;">
          <mxGeometry relative="1" as="geometry">
            <mxPoint x="750" y="2930" as="sourcePoint" />
            <mxPoint x="630" y="2930" as="targetPoint" />
          </mxGeometry>
        </mxCell>
        <mxCell id="So0UA55S36cV1F2LpzZS-63" connectable="0" parent="So0UA55S36cV1F2LpzZS-62" style="edgeLabel;html=1;align=center;verticalAlign=middle;resizable=0;points=[];fontColor=#000000;" value="断开" vertex="1">
          <mxGeometry relative="1" x="0.05" as="geometry">
            <mxPoint as="offset" />
          </mxGeometry>
        </mxCell>
        <mxCell id="So0UA55S36cV1F2LpzZS-64" parent="1" style="rounded=1;whiteSpace=wrap;html=1;" value="BLE" vertex="1">
          <mxGeometry height="150" width="70" x="560" y="2980" as="geometry" />
        </mxCell>
        <mxCell id="So0UA55S36cV1F2LpzZS-65" parent="1" style="rounded=1;whiteSpace=wrap;html=1;" value="BLE" vertex="1">
          <mxGeometry height="150" width="70" x="750" y="2980" as="geometry" />
        </mxCell>
        <mxCell id="So0UA55S36cV1F2LpzZS-66" edge="1" parent="1" style="edgeStyle=orthogonalEdgeStyle;rounded=0;orthogonalLoop=1;jettySize=auto;html=1;exitX=0;exitY=0.25;exitDx=0;exitDy=0;entryX=1;entryY=0.25;entryDx=0;entryDy=0;">
          <mxGeometry relative="1" as="geometry">
            <mxPoint x="750" y="3010" as="sourcePoint" />
            <mxPoint x="630" y="3010" as="targetPoint" />
          </mxGeometry>
        </mxCell>
        <mxCell id="So0UA55S36cV1F2LpzZS-67" connectable="0" parent="So0UA55S36cV1F2LpzZS-66" style="edgeLabel;html=1;align=center;verticalAlign=middle;resizable=0;points=[];" value="RES(通知)" vertex="1">
          <mxGeometry relative="1" x="0.05" as="geometry">
            <mxPoint as="offset" />
          </mxGeometry>
        </mxCell>
        <mxCell id="So0UA55S36cV1F2LpzZS-68" edge="1" parent="1" style="edgeStyle=orthogonalEdgeStyle;rounded=0;orthogonalLoop=1;jettySize=auto;html=1;exitX=0;exitY=0.25;exitDx=0;exitDy=0;entryX=1;entryY=0.25;entryDx=0;entryDy=0;">
          <mxGeometry relative="1" as="geometry">
            <Array as="points">
              <mxPoint x="700" y="3030" />
              <mxPoint x="700" y="3030" />
            </Array>
            <mxPoint x="750" y="3030" as="sourcePoint" />
            <mxPoint x="630" y="3030" as="targetPoint" />
          </mxGeometry>
        </mxCell>
        <mxCell id="So0UA55S36cV1F2LpzZS-69" connectable="0" parent="So0UA55S36cV1F2LpzZS-68" style="edgeLabel;html=1;align=center;verticalAlign=middle;resizable=0;points=[];fontSize=11;" value="扫描" vertex="1">
          <mxGeometry relative="1" x="0.05" as="geometry">
            <mxPoint as="offset" />
          </mxGeometry>
        </mxCell>
        <mxCell id="So0UA55S36cV1F2LpzZS-70" edge="1" parent="1" style="edgeStyle=orthogonalEdgeStyle;rounded=0;orthogonalLoop=1;jettySize=auto;html=1;exitX=0;exitY=0.25;exitDx=0;exitDy=0;entryX=1;entryY=0.25;entryDx=0;entryDy=0;startArrow=classic;startFill=1;endArrow=none;endFill=0;">
          <mxGeometry relative="1" as="geometry">
            <mxPoint x="750" y="3050" as="sourcePoint" />
            <mxPoint x="630" y="3050" as="targetPoint" />
          </mxGeometry>
        </mxCell>
        <mxCell id="So0UA55S36cV1F2LpzZS-71" connectable="0" parent="So0UA55S36cV1F2LpzZS-70" style="edgeLabel;html=1;align=center;verticalAlign=middle;resizable=0;points=[];fontColor=#FF0000;" value="WIFI LIST" vertex="1">
          <mxGeometry relative="1" x="0.05" as="geometry">
            <mxPoint as="offset" />
          </mxGeometry>
        </mxCell>
        <mxCell id="So0UA55S36cV1F2LpzZS-72" edge="1" parent="1" style="edgeStyle=orthogonalEdgeStyle;rounded=0;orthogonalLoop=1;jettySize=auto;html=1;exitX=0;exitY=0.25;exitDx=0;exitDy=0;entryX=1;entryY=0.25;entryDx=0;entryDy=0;">
          <mxGeometry relative="1" as="geometry">
            <mxPoint x="750" y="3070" as="sourcePoint" />
            <mxPoint x="630" y="3070" as="targetPoint" />
          </mxGeometry>
        </mxCell>
        <mxCell id="So0UA55S36cV1F2LpzZS-73" connectable="0" parent="So0UA55S36cV1F2LpzZS-72" style="edgeLabel;html=1;align=center;verticalAlign=middle;resizable=0;points=[];" value="连接" vertex="1">
          <mxGeometry relative="1" x="0.05" as="geometry">
            <mxPoint as="offset" />
          </mxGeometry>
        </mxCell>
        <mxCell id="So0UA55S36cV1F2LpzZS-74" edge="1" parent="1" style="edgeStyle=orthogonalEdgeStyle;rounded=0;orthogonalLoop=1;jettySize=auto;html=1;exitX=0;exitY=0.25;exitDx=0;exitDy=0;entryX=1;entryY=0.25;entryDx=0;entryDy=0;startArrow=none;startFill=0;endArrow=classic;endFill=1;">
          <mxGeometry relative="1" as="geometry">
            <mxPoint x="750" y="3090" as="sourcePoint" />
            <mxPoint x="630" y="3090" as="targetPoint" />
          </mxGeometry>
        </mxCell>
        <mxCell id="So0UA55S36cV1F2LpzZS-75" connectable="0" parent="So0UA55S36cV1F2LpzZS-74" style="edgeLabel;html=1;align=center;verticalAlign=middle;resizable=0;points=[];fontColor=#000000;" value="断开" vertex="1">
          <mxGeometry relative="1" x="0.05" as="geometry">
            <mxPoint as="offset" />
          </mxGeometry>
        </mxCell>
        <mxCell id="So0UA55S36cV1F2LpzZS-76" edge="1" parent="1" style="edgeStyle=orthogonalEdgeStyle;rounded=0;orthogonalLoop=1;jettySize=auto;html=1;exitX=0;exitY=0.25;exitDx=0;exitDy=0;entryX=1;entryY=0.25;entryDx=0;entryDy=0;startArrow=none;startFill=0;endArrow=classic;endFill=1;">
          <mxGeometry relative="1" as="geometry">
            <mxPoint x="750" y="3110" as="sourcePoint" />
            <mxPoint x="630" y="3110" as="targetPoint" />
          </mxGeometry>
        </mxCell>
        <mxCell id="So0UA55S36cV1F2LpzZS-77" connectable="0" parent="So0UA55S36cV1F2LpzZS-76" style="edgeLabel;html=1;align=center;verticalAlign=middle;resizable=0;points=[];fontColor=#000000;" value="校准" vertex="1">
          <mxGeometry relative="1" x="0.05" as="geometry">
            <mxPoint as="offset" />
          </mxGeometry>
        </mxCell>
        <mxCell id="So0UA55S36cV1F2LpzZS-80" parent="1" style="text;html=1;whiteSpace=wrap;strokeColor=none;fillColor=none;align=center;verticalAlign=middle;rounded=0;fontSize=16;fontStyle=1" value="咖啡机控制板" vertex="1">
          <mxGeometry height="30" width="100" x="550" y="2390" as="geometry" />
        </mxCell>
        <mxCell id="So0UA55S36cV1F2LpzZS-81" parent="1" style="text;html=1;whiteSpace=wrap;strokeColor=none;fillColor=none;align=center;verticalAlign=middle;rounded=0;fontSize=16;fontStyle=1" value="触摸板" vertex="1">
          <mxGeometry height="30" width="60" x="755" y="2390" as="geometry" />
        </mxCell>
+         <mxCell id="NuW3Zga8PzYkLoYC-sN2-1" parent="1" style="text;html=1;whiteSpace=wrap;strokeColor=none;fillColor=none;align=center;verticalAlign=middle;rounded=0;fontSize=17;" value="蓝牙传递" vertex="1">
+           <mxGeometry height="30" width="300" x="940" y="1870" as="geometry" />
+         </mxCell>
+         <mxCell id="NuW3Zga8PzYkLoYC-sN2-5" edge="1" parent="1" source="NuW3Zga8PzYkLoYC-sN2-2" style="edgeStyle=orthogonalEdgeStyle;rounded=0;orthogonalLoop=1;jettySize=auto;html=1;exitX=1;exitY=0.25;exitDx=0;exitDy=0;entryX=0;entryY=0.25;entryDx=0;entryDy=0;" target="NuW3Zga8PzYkLoYC-sN2-3">
+           <mxGeometry relative="1" as="geometry" />
+         </mxCell>
+         <mxCell id="NuW3Zga8PzYkLoYC-sN2-7" connectable="0" parent="NuW3Zga8PzYkLoYC-sN2-5" style="edgeLabel;html=1;align=center;verticalAlign=middle;resizable=0;points=[];" value="Scan" vertex="1">
+           <mxGeometry relative="1" x="-0.1231" as="geometry">
+             <mxPoint as="offset" />
+           </mxGeometry>
+         </mxCell>
+         <mxCell id="NuW3Zga8PzYkLoYC-sN2-6" edge="1" parent="1" source="NuW3Zga8PzYkLoYC-sN2-2" style="edgeStyle=orthogonalEdgeStyle;rounded=0;orthogonalLoop=1;jettySize=auto;html=1;exitX=1;exitY=0.75;exitDx=0;exitDy=0;entryX=0;entryY=0.75;entryDx=0;entryDy=0;" target="NuW3Zga8PzYkLoYC-sN2-3">
+           <mxGeometry relative="1" as="geometry" />
+         </mxCell>
+         <mxCell id="NuW3Zga8PzYkLoYC-sN2-8" connectable="0" parent="NuW3Zga8PzYkLoYC-sN2-6" style="edgeLabel;html=1;align=center;verticalAlign=middle;resizable=0;points=[];" value="Send" vertex="1">
+           <mxGeometry relative="1" x="-0.1354" y="2" as="geometry">
+             <mxPoint as="offset" />
+           </mxGeometry>
+         </mxCell>
+         <mxCell id="NuW3Zga8PzYkLoYC-sN2-2" parent="1" style="rounded=1;whiteSpace=wrap;html=1;" value="BLECentralScale&lt;br&gt;蓝牙设备" vertex="1">
+           <mxGeometry height="60" width="120" x="1070" y="1930" as="geometry" />
+         </mxCell>
+         <mxCell id="NuW3Zga8PzYkLoYC-sN2-10" edge="1" parent="1" source="NuW3Zga8PzYkLoYC-sN2-3" style="edgeStyle=orthogonalEdgeStyle;rounded=0;orthogonalLoop=1;jettySize=auto;html=1;" target="NuW3Zga8PzYkLoYC-sN2-9" value="">
+           <mxGeometry relative="1" as="geometry" />
+         </mxCell>
+         <mxCell id="NuW3Zga8PzYkLoYC-sN2-3" parent="1" style="rounded=1;whiteSpace=wrap;html=1;" value="&lt;b&gt;&lt;font style=&quot;color: rgb(255, 51, 51);&quot;&gt;Account::&lt;/font&gt;&lt;/b&gt;&lt;br&gt;ElecScaleCaliHandler" vertex="1">
+           <mxGeometry height="60" width="150" x="1320" y="1930" as="geometry" />
+         </mxCell>
+         <mxCell id="NuW3Zga8PzYkLoYC-sN2-9" parent="1" style="rounded=1;whiteSpace=wrap;html=1;" value="&lt;b&gt;&lt;font style=&quot;color: rgb(255, 51, 51);&quot;&gt;Account::&lt;/font&gt;&lt;/b&gt;&lt;br&gt;BLE_Scale" vertex="1">
+           <mxGeometry height="60" width="150" x="1510" y="1930" as="geometry" />
+         </mxCell>
      </root>
    </mxGraphModel>
  </diagram>
</mxfile>
